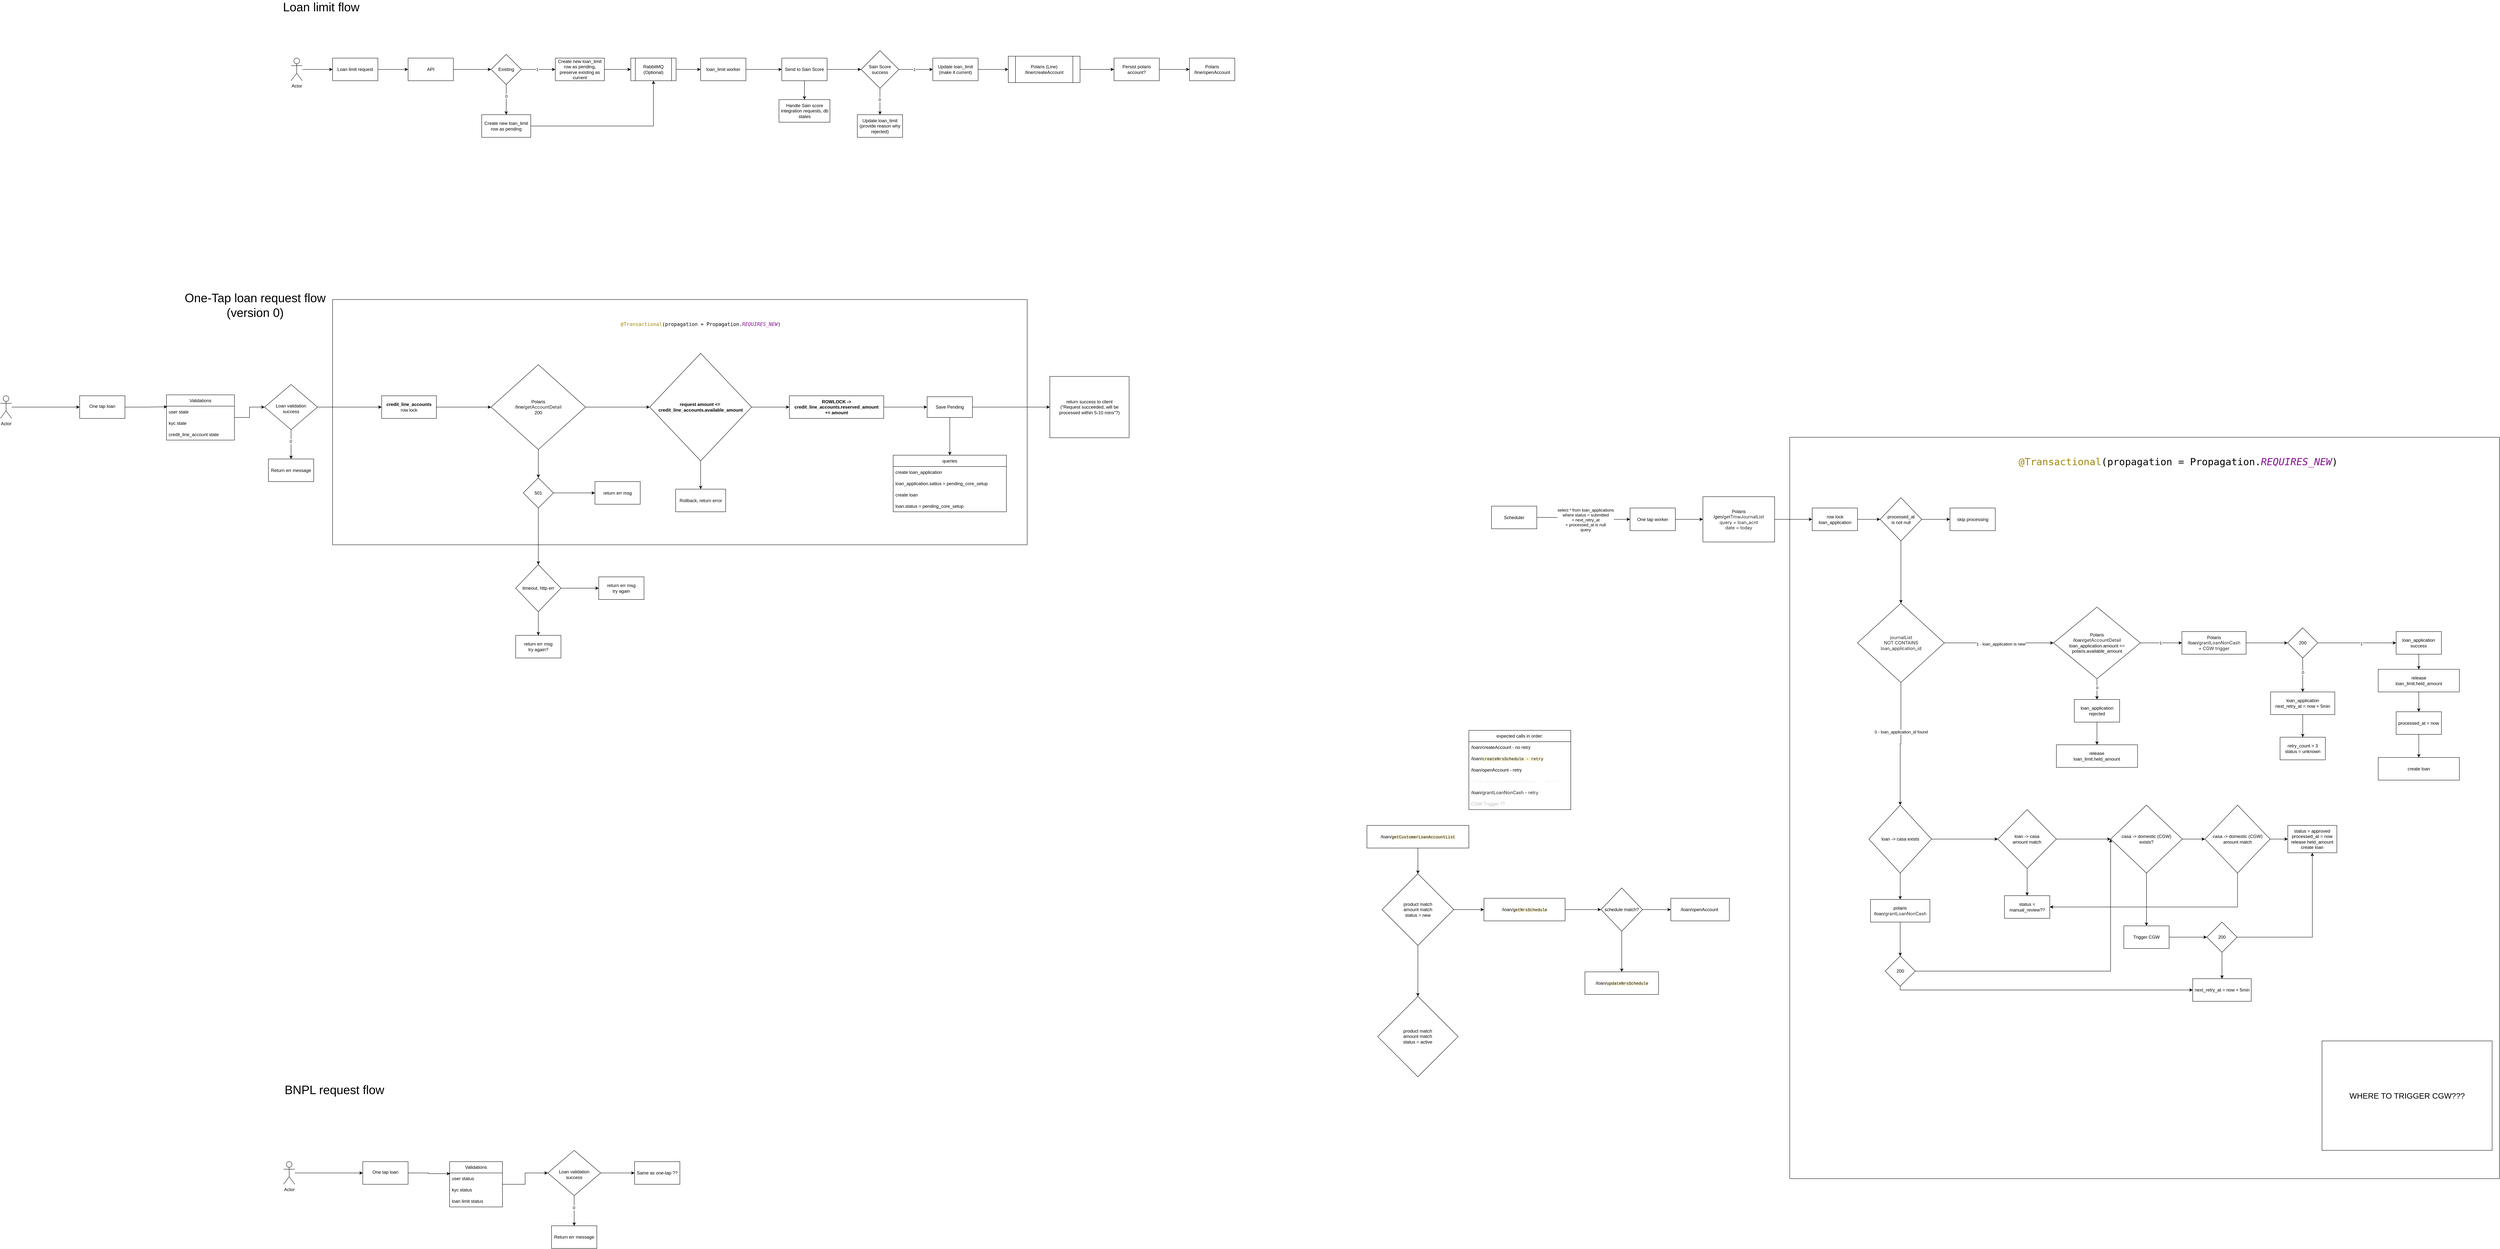
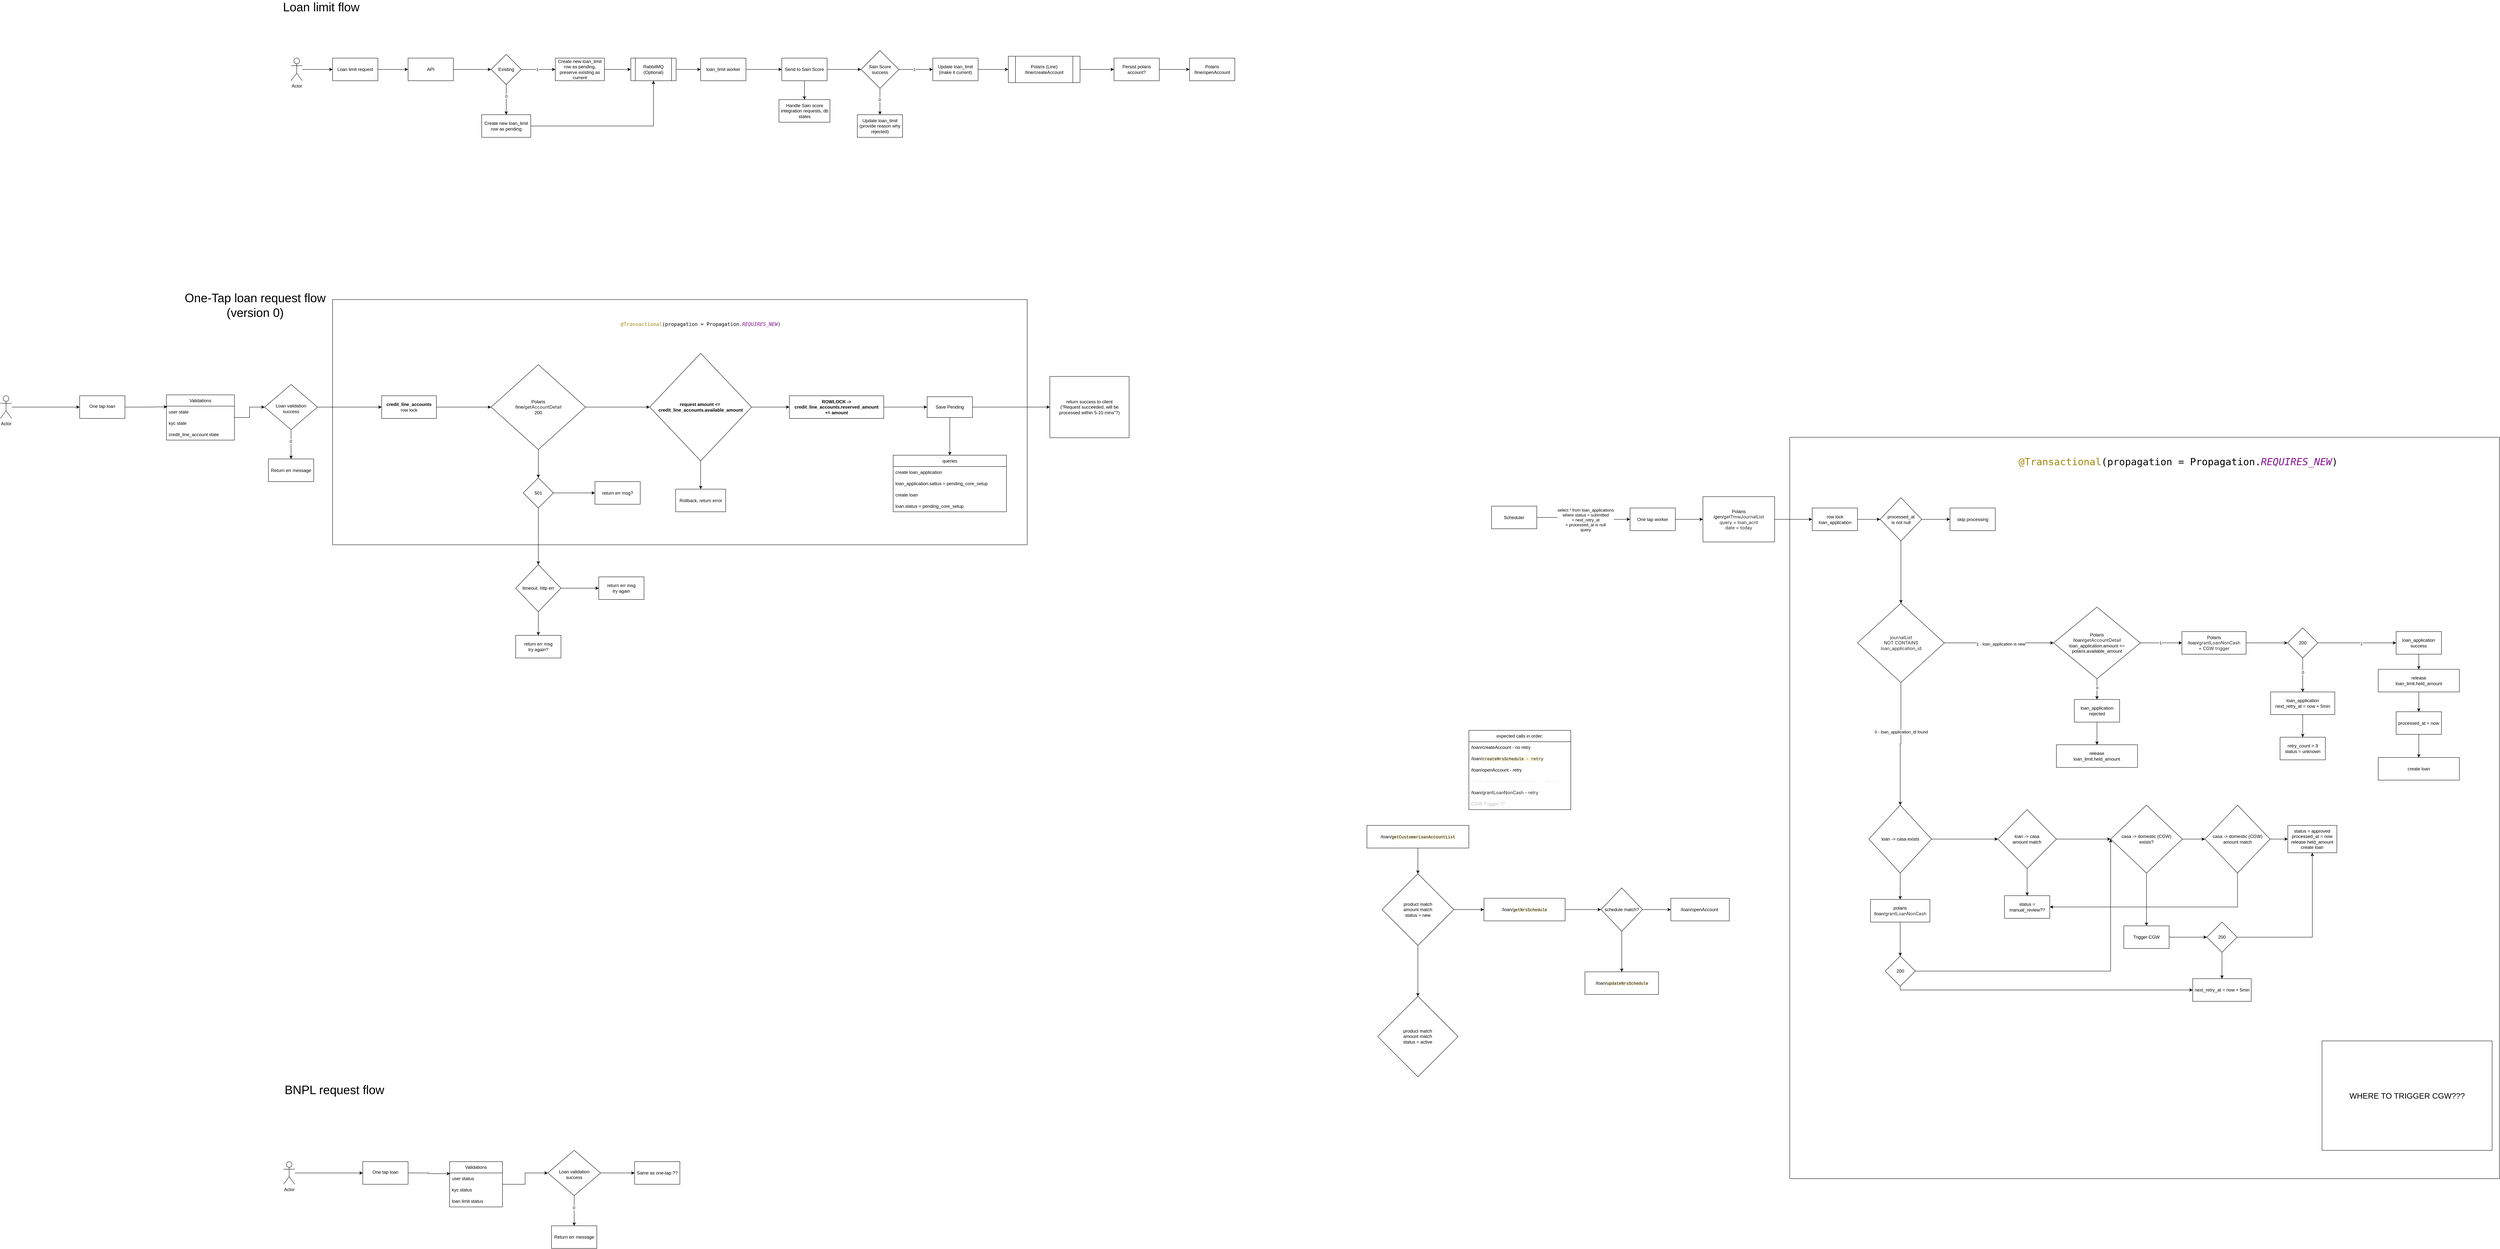
<mxfile host="app.diagrams.net">
  <diagram name="Page-1" id="VCBSuIh8bz7kurrQ0Zaz">
    <mxGraphModel dx="1966" dy="653" grid="1" gridSize="10" guides="1" tooltips="1" connect="1" arrows="1" fold="1" page="1" pageScale="1" pageWidth="850" pageHeight="1100" math="0" shadow="0">
      <root>
        <mxCell id="0" />
        <mxCell id="1" parent="0" />
        <mxCell id="In8fDh9ZLN2M87an2Miy-188" parent="1" style="rounded=0;whiteSpace=wrap;html=1;movable=0;resizable=0;rotatable=0;deletable=0;editable=0;locked=1;connectable=0;" value="" vertex="1">
          <mxGeometry height="1965" width="1880" x="4010" y="1215" as="geometry" />
        </mxCell>
        <mxCell id="In8fDh9ZLN2M87an2Miy-172" parent="1" style="rounded=0;whiteSpace=wrap;html=1;movable=0;resizable=0;rotatable=0;deletable=0;editable=0;locked=1;connectable=0;" value="" vertex="1">
          <mxGeometry height="650" width="1840" x="150" y="850" as="geometry" />
        </mxCell>
        <mxCell id="KqixbsF9o6dLofBvsG9t-5" edge="1" parent="1" source="KqixbsF9o6dLofBvsG9t-1" style="edgeStyle=orthogonalEdgeStyle;rounded=0;orthogonalLoop=1;jettySize=auto;html=1;" target="KqixbsF9o6dLofBvsG9t-4" value="">
          <mxGeometry relative="1" as="geometry" />
        </mxCell>
        <mxCell id="KqixbsF9o6dLofBvsG9t-1" parent="1" style="rounded=0;whiteSpace=wrap;html=1;" value="Loan limit request" vertex="1">
          <mxGeometry height="60" width="120" x="150" y="210" as="geometry" />
        </mxCell>
        <mxCell id="KqixbsF9o6dLofBvsG9t-3" edge="1" parent="1" source="KqixbsF9o6dLofBvsG9t-2" style="edgeStyle=orthogonalEdgeStyle;rounded=0;orthogonalLoop=1;jettySize=auto;html=1;" target="KqixbsF9o6dLofBvsG9t-1" value="">
          <mxGeometry relative="1" as="geometry" />
        </mxCell>
        <mxCell id="KqixbsF9o6dLofBvsG9t-2" parent="1" style="shape=umlActor;verticalLabelPosition=bottom;verticalAlign=top;html=1;outlineConnect=0;" value="Actor" vertex="1">
          <mxGeometry height="60" width="30" x="40" y="210" as="geometry" />
        </mxCell>
        <mxCell id="KqixbsF9o6dLofBvsG9t-9" edge="1" parent="1" source="KqixbsF9o6dLofBvsG9t-4" style="edgeStyle=orthogonalEdgeStyle;rounded=0;orthogonalLoop=1;jettySize=auto;html=1;" target="KqixbsF9o6dLofBvsG9t-8" value="">
          <mxGeometry relative="1" as="geometry" />
        </mxCell>
        <mxCell id="KqixbsF9o6dLofBvsG9t-4" parent="1" style="rounded=0;whiteSpace=wrap;html=1;" value="API" vertex="1">
          <mxGeometry height="60" width="120" x="350" y="210" as="geometry" />
        </mxCell>
        <mxCell id="KqixbsF9o6dLofBvsG9t-11" edge="1" parent="1" source="KqixbsF9o6dLofBvsG9t-8" style="edgeStyle=orthogonalEdgeStyle;rounded=0;orthogonalLoop=1;jettySize=auto;html=1;" target="KqixbsF9o6dLofBvsG9t-10" value="">
          <mxGeometry relative="1" as="geometry" />
        </mxCell>
        <mxCell id="KqixbsF9o6dLofBvsG9t-12" connectable="0" parent="KqixbsF9o6dLofBvsG9t-11" style="edgeLabel;html=1;align=center;verticalAlign=middle;resizable=0;points=[];" value="1" vertex="1">
          <mxGeometry relative="1" x="-0.079" as="geometry">
            <mxPoint as="offset" />
          </mxGeometry>
        </mxCell>
        <mxCell id="KqixbsF9o6dLofBvsG9t-14" edge="1" parent="1" source="KqixbsF9o6dLofBvsG9t-8" style="edgeStyle=orthogonalEdgeStyle;rounded=0;orthogonalLoop=1;jettySize=auto;html=1;" target="KqixbsF9o6dLofBvsG9t-13" value="">
          <mxGeometry relative="1" as="geometry" />
        </mxCell>
        <mxCell id="KqixbsF9o6dLofBvsG9t-15" connectable="0" parent="KqixbsF9o6dLofBvsG9t-14" style="edgeLabel;html=1;align=center;verticalAlign=middle;resizable=0;points=[];" value="0" vertex="1">
          <mxGeometry relative="1" x="-0.2407" as="geometry">
            <mxPoint as="offset" />
          </mxGeometry>
        </mxCell>
        <mxCell id="KqixbsF9o6dLofBvsG9t-8" parent="1" style="rhombus;whiteSpace=wrap;html=1;rounded=0;" value="Existing" vertex="1">
          <mxGeometry height="80" width="80" x="570" y="200" as="geometry" />
        </mxCell>
        <mxCell id="KqixbsF9o6dLofBvsG9t-23" edge="1" parent="1" source="KqixbsF9o6dLofBvsG9t-10" style="edgeStyle=orthogonalEdgeStyle;rounded=0;orthogonalLoop=1;jettySize=auto;html=1;" target="KqixbsF9o6dLofBvsG9t-22" value="">
          <mxGeometry relative="1" as="geometry" />
        </mxCell>
        <mxCell id="KqixbsF9o6dLofBvsG9t-10" parent="1" style="whiteSpace=wrap;html=1;rounded=0;" value="Create new loan_limit row as pending, preserve existing as current" vertex="1">
          <mxGeometry height="60" width="130" x="740" y="210" as="geometry" />
        </mxCell>
        <mxCell id="KqixbsF9o6dLofBvsG9t-26" edge="1" parent="1" source="KqixbsF9o6dLofBvsG9t-13" style="edgeStyle=orthogonalEdgeStyle;rounded=0;orthogonalLoop=1;jettySize=auto;html=1;entryX=0.5;entryY=1;entryDx=0;entryDy=0;" target="KqixbsF9o6dLofBvsG9t-22">
          <mxGeometry relative="1" as="geometry" />
        </mxCell>
        <mxCell id="KqixbsF9o6dLofBvsG9t-13" parent="1" style="whiteSpace=wrap;html=1;rounded=0;" value="Create new loan_limit row as pending" vertex="1">
          <mxGeometry height="60" width="130" x="545" y="360" as="geometry" />
        </mxCell>
        <mxCell id="KqixbsF9o6dLofBvsG9t-25" edge="1" parent="1" source="KqixbsF9o6dLofBvsG9t-22" style="edgeStyle=orthogonalEdgeStyle;rounded=0;orthogonalLoop=1;jettySize=auto;html=1;" target="KqixbsF9o6dLofBvsG9t-24" value="">
          <mxGeometry relative="1" as="geometry" />
        </mxCell>
        <mxCell id="KqixbsF9o6dLofBvsG9t-22" parent="1" style="shape=process;whiteSpace=wrap;html=1;backgroundOutline=1;rounded=0;" value="RabbitMQ (Optional)" vertex="1">
          <mxGeometry height="60" width="120" x="940" y="210" as="geometry" />
        </mxCell>
        <mxCell id="KqixbsF9o6dLofBvsG9t-28" edge="1" parent="1" source="KqixbsF9o6dLofBvsG9t-24" style="edgeStyle=orthogonalEdgeStyle;rounded=0;orthogonalLoop=1;jettySize=auto;html=1;" target="KqixbsF9o6dLofBvsG9t-27" value="">
          <mxGeometry relative="1" as="geometry" />
        </mxCell>
        <mxCell id="KqixbsF9o6dLofBvsG9t-24" parent="1" style="whiteSpace=wrap;html=1;rounded=0;" value="loan_limit worker" vertex="1">
          <mxGeometry height="60" width="120" x="1125" y="210" as="geometry" />
        </mxCell>
        <mxCell id="KqixbsF9o6dLofBvsG9t-30" edge="1" parent="1" source="KqixbsF9o6dLofBvsG9t-27" style="edgeStyle=orthogonalEdgeStyle;rounded=0;orthogonalLoop=1;jettySize=auto;html=1;" target="KqixbsF9o6dLofBvsG9t-29" value="">
          <mxGeometry relative="1" as="geometry" />
        </mxCell>
        <mxCell id="KqixbsF9o6dLofBvsG9t-38" edge="1" parent="1" source="KqixbsF9o6dLofBvsG9t-27" style="edgeStyle=orthogonalEdgeStyle;rounded=0;orthogonalLoop=1;jettySize=auto;html=1;" target="KqixbsF9o6dLofBvsG9t-37" value="">
          <mxGeometry relative="1" as="geometry" />
        </mxCell>
        <mxCell id="KqixbsF9o6dLofBvsG9t-27" parent="1" style="whiteSpace=wrap;html=1;rounded=0;" value="Send to Sain Score" vertex="1">
          <mxGeometry height="60" width="120" x="1340" y="210" as="geometry" />
        </mxCell>
        <mxCell id="KqixbsF9o6dLofBvsG9t-32" edge="1" parent="1" source="KqixbsF9o6dLofBvsG9t-29" style="edgeStyle=orthogonalEdgeStyle;rounded=0;orthogonalLoop=1;jettySize=auto;html=1;" target="KqixbsF9o6dLofBvsG9t-31" value="">
          <mxGeometry relative="1" as="geometry" />
        </mxCell>
        <mxCell id="KqixbsF9o6dLofBvsG9t-33" connectable="0" parent="KqixbsF9o6dLofBvsG9t-32" style="edgeLabel;html=1;align=center;verticalAlign=middle;resizable=0;points=[];" value="1" vertex="1">
          <mxGeometry relative="1" x="-0.1048" as="geometry">
            <mxPoint as="offset" />
          </mxGeometry>
        </mxCell>
        <mxCell id="KqixbsF9o6dLofBvsG9t-35" edge="1" parent="1" source="KqixbsF9o6dLofBvsG9t-29" style="edgeStyle=orthogonalEdgeStyle;rounded=0;orthogonalLoop=1;jettySize=auto;html=1;" target="KqixbsF9o6dLofBvsG9t-34" value="">
          <mxGeometry relative="1" as="geometry" />
        </mxCell>
        <mxCell id="KqixbsF9o6dLofBvsG9t-36" connectable="0" parent="KqixbsF9o6dLofBvsG9t-35" style="edgeLabel;html=1;align=center;verticalAlign=middle;resizable=0;points=[];" value="0" vertex="1">
          <mxGeometry relative="1" x="-0.1429" y="-1" as="geometry">
            <mxPoint as="offset" />
          </mxGeometry>
        </mxCell>
        <mxCell id="KqixbsF9o6dLofBvsG9t-29" parent="1" style="rhombus;whiteSpace=wrap;html=1;rounded=0;" value="Sain Score success" vertex="1">
          <mxGeometry height="100" width="100" x="1550" y="190" as="geometry" />
        </mxCell>
        <mxCell id="KqixbsF9o6dLofBvsG9t-66" edge="1" parent="1" source="KqixbsF9o6dLofBvsG9t-31" style="edgeStyle=orthogonalEdgeStyle;rounded=0;orthogonalLoop=1;jettySize=auto;html=1;" target="KqixbsF9o6dLofBvsG9t-65" value="">
          <mxGeometry relative="1" as="geometry" />
        </mxCell>
        <mxCell id="KqixbsF9o6dLofBvsG9t-31" parent="1" style="whiteSpace=wrap;html=1;rounded=0;" value="Update loan_limit (make it current)" vertex="1">
          <mxGeometry height="60" width="120" x="1740" y="210" as="geometry" />
        </mxCell>
        <mxCell id="KqixbsF9o6dLofBvsG9t-34" parent="1" style="whiteSpace=wrap;html=1;rounded=0;" value="Update loan_limit&lt;br&gt;(provide reason why rejected)" vertex="1">
          <mxGeometry height="60" width="120" x="1540" y="360" as="geometry" />
        </mxCell>
        <mxCell id="KqixbsF9o6dLofBvsG9t-37" parent="1" style="whiteSpace=wrap;html=1;rounded=0;" value="Handle Sain score integration requests, db states" vertex="1">
          <mxGeometry height="60" width="135" x="1332.5" y="320" as="geometry" />
        </mxCell>
        <mxCell id="KqixbsF9o6dLofBvsG9t-40" parent="1" style="text;html=1;whiteSpace=wrap;strokeColor=none;fillColor=none;align=center;verticalAlign=middle;rounded=0;fontSize=32;" value="Loan limit flow" vertex="1">
          <mxGeometry height="30" width="260" x="-10" y="60" as="geometry" />
        </mxCell>
        <mxCell id="KqixbsF9o6dLofBvsG9t-74" edge="1" parent="1" source="KqixbsF9o6dLofBvsG9t-65" style="edgeStyle=orthogonalEdgeStyle;rounded=0;orthogonalLoop=1;jettySize=auto;html=1;" target="KqixbsF9o6dLofBvsG9t-73" value="">
          <mxGeometry relative="1" as="geometry" />
        </mxCell>
        <mxCell id="KqixbsF9o6dLofBvsG9t-65" parent="1" style="shape=process;whiteSpace=wrap;html=1;backgroundOutline=1;rounded=0;" value="Polaris (Line)&lt;br&gt;/line/createAccount" vertex="1">
          <mxGeometry height="70" width="190" x="1940" y="205" as="geometry" />
        </mxCell>
        <mxCell id="P7TJZT1PVnBYbLh7lMs1-4" edge="1" parent="1" source="KqixbsF9o6dLofBvsG9t-73" style="edgeStyle=orthogonalEdgeStyle;rounded=0;orthogonalLoop=1;jettySize=auto;html=1;" target="P7TJZT1PVnBYbLh7lMs1-3" value="">
          <mxGeometry relative="1" as="geometry" />
        </mxCell>
        <mxCell id="KqixbsF9o6dLofBvsG9t-73" parent="1" style="whiteSpace=wrap;html=1;rounded=0;" value="Persist polaris account?" vertex="1">
          <mxGeometry height="60" width="120" x="2220" y="210" as="geometry" />
        </mxCell>
        <mxCell id="U8Ajh8Gpa-m2DNKNFQys-1" parent="1" style="text;html=1;whiteSpace=wrap;strokeColor=none;fillColor=none;align=center;verticalAlign=middle;rounded=0;fontSize=32;" value="One-Tap loan request flow (version 0)" vertex="1">
          <mxGeometry height="30" width="470" x="-290" y="850" as="geometry" />
        </mxCell>
        <mxCell id="In8fDh9ZLN2M87an2Miy-1" edge="1" parent="1" source="In8fDh9ZLN2M87an2Miy-2" style="edgeStyle=orthogonalEdgeStyle;rounded=0;orthogonalLoop=1;jettySize=auto;html=1;" target="In8fDh9ZLN2M87an2Miy-4" value="">
          <mxGeometry relative="1" as="geometry" />
        </mxCell>
        <mxCell id="In8fDh9ZLN2M87an2Miy-2" parent="1" style="shape=umlActor;verticalLabelPosition=bottom;verticalAlign=top;html=1;outlineConnect=0;" value="Actor" vertex="1">
          <mxGeometry height="60" width="30" x="-730" y="1105" as="geometry" />
        </mxCell>
        <mxCell id="In8fDh9ZLN2M87an2Miy-3" edge="1" parent="1" source="In8fDh9ZLN2M87an2Miy-4" style="edgeStyle=orthogonalEdgeStyle;rounded=0;orthogonalLoop=1;jettySize=auto;html=1;entryX=0.011;entryY=0.06;entryDx=0;entryDy=0;entryPerimeter=0;" target="In8fDh9ZLN2M87an2Miy-28" value="">
          <mxGeometry relative="1" as="geometry">
            <mxPoint x="-310" y="1132.5" as="targetPoint" />
          </mxGeometry>
        </mxCell>
        <mxCell id="In8fDh9ZLN2M87an2Miy-4" parent="1" style="whiteSpace=wrap;html=1;verticalAlign=top;" value="&lt;div&gt;&lt;br&gt;&lt;/div&gt;&lt;div&gt;One tap loan&lt;/div&gt;" vertex="1">
          <mxGeometry height="60" width="120" x="-520" y="1105" as="geometry" />
        </mxCell>
        <mxCell id="In8fDh9ZLN2M87an2Miy-7" edge="1" parent="1" source="In8fDh9ZLN2M87an2Miy-9" style="edgeStyle=orthogonalEdgeStyle;rounded=0;orthogonalLoop=1;jettySize=auto;html=1;" target="In8fDh9ZLN2M87an2Miy-13" value="">
          <mxGeometry relative="1" as="geometry" />
        </mxCell>
        <mxCell id="In8fDh9ZLN2M87an2Miy-8" connectable="0" parent="In8fDh9ZLN2M87an2Miy-7" style="edgeLabel;html=1;align=center;verticalAlign=middle;resizable=0;points=[];" value="0" vertex="1">
          <mxGeometry relative="1" x="-0.2091" y="-1" as="geometry">
            <mxPoint as="offset" />
          </mxGeometry>
        </mxCell>
        <mxCell id="P7TJZT1PVnBYbLh7lMs1-36" edge="1" parent="1" source="In8fDh9ZLN2M87an2Miy-9" style="edgeStyle=orthogonalEdgeStyle;rounded=0;orthogonalLoop=1;jettySize=auto;html=1;entryX=0;entryY=0.5;entryDx=0;entryDy=0;" target="In8fDh9ZLN2M87an2Miy-161">
          <mxGeometry relative="1" as="geometry" />
        </mxCell>
        <mxCell id="In8fDh9ZLN2M87an2Miy-9" parent="1" style="rhombus;whiteSpace=wrap;html=1;verticalAlign=top;" value="&lt;br&gt;&lt;br&gt;&lt;div&gt;&lt;br&gt;&lt;/div&gt;&lt;div&gt;Loan validation&lt;br&gt;success&lt;/div&gt;" vertex="1">
          <mxGeometry height="120" width="140" x="-30" y="1075" as="geometry" />
        </mxCell>
        <mxCell id="In8fDh9ZLN2M87an2Miy-10" edge="1" parent="1" source="In8fDh9ZLN2M87an2Miy-12" style="edgeStyle=orthogonalEdgeStyle;rounded=0;orthogonalLoop=1;jettySize=auto;html=1;entryX=0.5;entryY=0;entryDx=0;entryDy=0;" target="In8fDh9ZLN2M87an2Miy-14">
          <mxGeometry relative="1" as="geometry" />
        </mxCell>
        <mxCell id="In8fDh9ZLN2M87an2Miy-54" edge="1" parent="1" source="In8fDh9ZLN2M87an2Miy-105" style="edgeStyle=orthogonalEdgeStyle;rounded=0;orthogonalLoop=1;jettySize=auto;html=1;exitX=1;exitY=0.5;exitDx=0;exitDy=0;" target="In8fDh9ZLN2M87an2Miy-53" value="">
          <mxGeometry relative="1" as="geometry">
            <mxPoint x="3329.5" y="1432.5" as="sourcePoint" />
          </mxGeometry>
        </mxCell>
        <mxCell id="In8fDh9ZLN2M87an2Miy-55" connectable="0" parent="In8fDh9ZLN2M87an2Miy-54" style="edgeLabel;html=1;align=center;verticalAlign=middle;resizable=0;points=[];" value="select * from loan_applications&lt;br&gt;where status = submitted&lt;br&gt;+ next_retry_at&lt;br&gt;+ processed_at is null&lt;br&gt;query" vertex="1">
          <mxGeometry relative="1" x="0.0637" y="-1" as="geometry">
            <mxPoint as="offset" />
          </mxGeometry>
        </mxCell>
        <mxCell id="In8fDh9ZLN2M87an2Miy-246" edge="1" parent="1" source="In8fDh9ZLN2M87an2Miy-12" style="edgeStyle=orthogonalEdgeStyle;rounded=0;orthogonalLoop=1;jettySize=auto;html=1;entryX=0;entryY=0.5;entryDx=0;entryDy=0;" target="In8fDh9ZLN2M87an2Miy-185">
          <mxGeometry relative="1" as="geometry">
            <mxPoint x="2120" y="1137" as="targetPoint" />
          </mxGeometry>
        </mxCell>
        <mxCell id="In8fDh9ZLN2M87an2Miy-12" parent="1" style="whiteSpace=wrap;html=1;verticalAlign=middle;" value="Save Pending" vertex="1">
          <mxGeometry height="55" width="120" x="1725" y="1107.5" as="geometry" />
        </mxCell>
        <mxCell id="In8fDh9ZLN2M87an2Miy-13" parent="1" style="whiteSpace=wrap;html=1;verticalAlign=middle;" value="Return err message" vertex="1">
          <mxGeometry height="60" width="120" x="-20" y="1272.5" as="geometry" />
        </mxCell>
        <mxCell id="In8fDh9ZLN2M87an2Miy-14" parent="1" style="swimlane;fontStyle=0;childLayout=stackLayout;horizontal=1;startSize=30;horizontalStack=0;resizeParent=1;resizeParentMax=0;resizeLast=0;collapsible=1;marginBottom=0;whiteSpace=wrap;html=1;" value="queries" vertex="1">
          <mxGeometry height="150" width="300" x="1635" y="1262.5" as="geometry" />
        </mxCell>
        <mxCell id="In8fDh9ZLN2M87an2Miy-15" parent="In8fDh9ZLN2M87an2Miy-14" style="text;strokeColor=none;fillColor=none;align=left;verticalAlign=middle;spacingLeft=4;spacingRight=4;overflow=hidden;points=[[0,0.5],[1,0.5]];portConstraint=eastwest;rotatable=0;whiteSpace=wrap;html=1;" value="create loan_application" vertex="1">
          <mxGeometry height="30" width="300" y="30" as="geometry" />
        </mxCell>
        <mxCell id="In8fDh9ZLN2M87an2Miy-104" parent="In8fDh9ZLN2M87an2Miy-14" style="text;strokeColor=none;fillColor=none;align=left;verticalAlign=middle;spacingLeft=4;spacingRight=4;overflow=hidden;points=[[0,0.5],[1,0.5]];portConstraint=eastwest;rotatable=0;whiteSpace=wrap;html=1;" value="loan_application.sattus = pending_core_setup" vertex="1">
          <mxGeometry height="30" width="300" y="60" as="geometry" />
        </mxCell>
        <mxCell id="In8fDh9ZLN2M87an2Miy-17" parent="In8fDh9ZLN2M87an2Miy-14" style="text;strokeColor=none;fillColor=none;align=left;verticalAlign=middle;spacingLeft=4;spacingRight=4;overflow=hidden;points=[[0,0.5],[1,0.5]];portConstraint=eastwest;rotatable=0;whiteSpace=wrap;html=1;" value="create loan" vertex="1">
          <mxGeometry height="30" width="300" y="90" as="geometry" />
        </mxCell>
        <mxCell id="P7TJZT1PVnBYbLh7lMs1-40" parent="In8fDh9ZLN2M87an2Miy-14" style="text;strokeColor=none;fillColor=none;align=left;verticalAlign=middle;spacingLeft=4;spacingRight=4;overflow=hidden;points=[[0,0.5],[1,0.5]];portConstraint=eastwest;rotatable=0;whiteSpace=wrap;html=1;" value="loan.status = pending_core_setup" vertex="1">
          <mxGeometry height="30" width="300" y="120" as="geometry" />
        </mxCell>
        <mxCell id="In8fDh9ZLN2M87an2Miy-32" edge="1" parent="1" source="In8fDh9ZLN2M87an2Miy-27" style="edgeStyle=orthogonalEdgeStyle;rounded=0;orthogonalLoop=1;jettySize=auto;html=1;entryX=0;entryY=0.5;entryDx=0;entryDy=0;" target="In8fDh9ZLN2M87an2Miy-9">
          <mxGeometry relative="1" as="geometry" />
        </mxCell>
        <mxCell id="In8fDh9ZLN2M87an2Miy-27" parent="1" style="swimlane;fontStyle=0;childLayout=stackLayout;horizontal=1;startSize=30;horizontalStack=0;resizeParent=1;resizeParentMax=0;resizeLast=0;collapsible=1;marginBottom=0;whiteSpace=wrap;html=1;" value="Validations" vertex="1">
          <mxGeometry height="120" width="180" x="-290" y="1102.5" as="geometry" />
        </mxCell>
        <mxCell id="In8fDh9ZLN2M87an2Miy-28" parent="In8fDh9ZLN2M87an2Miy-27" style="text;strokeColor=none;fillColor=none;align=left;verticalAlign=middle;spacingLeft=4;spacingRight=4;overflow=hidden;points=[[0,0.5],[1,0.5]];portConstraint=eastwest;rotatable=0;whiteSpace=wrap;html=1;" value="user state" vertex="1">
          <mxGeometry height="30" width="180" y="30" as="geometry" />
        </mxCell>
        <mxCell id="In8fDh9ZLN2M87an2Miy-29" parent="In8fDh9ZLN2M87an2Miy-27" style="text;strokeColor=none;fillColor=none;align=left;verticalAlign=middle;spacingLeft=4;spacingRight=4;overflow=hidden;points=[[0,0.5],[1,0.5]];portConstraint=eastwest;rotatable=0;whiteSpace=wrap;html=1;" value="kyc state" vertex="1">
          <mxGeometry height="30" width="180" y="60" as="geometry" />
        </mxCell>
        <mxCell id="In8fDh9ZLN2M87an2Miy-33" parent="In8fDh9ZLN2M87an2Miy-27" style="text;strokeColor=none;fillColor=none;align=left;verticalAlign=middle;spacingLeft=4;spacingRight=4;overflow=hidden;points=[[0,0.5],[1,0.5]];portConstraint=eastwest;rotatable=0;whiteSpace=wrap;html=1;" value="credit_line_account state" vertex="1">
          <mxGeometry height="30" width="180" y="90" as="geometry" />
        </mxCell>
        <mxCell id="In8fDh9ZLN2M87an2Miy-116" edge="1" parent="1" source="In8fDh9ZLN2M87an2Miy-53" style="edgeStyle=orthogonalEdgeStyle;rounded=0;orthogonalLoop=1;jettySize=auto;html=1;entryX=0;entryY=0.5;entryDx=0;entryDy=0;" target="In8fDh9ZLN2M87an2Miy-68">
          <mxGeometry relative="1" as="geometry" />
        </mxCell>
        <mxCell id="In8fDh9ZLN2M87an2Miy-53" parent="1" style="whiteSpace=wrap;html=1;" value="One tap worker" vertex="1">
          <mxGeometry height="60" width="120" x="3587" y="1402.5" as="geometry" />
        </mxCell>
        <mxCell id="In8fDh9ZLN2M87an2Miy-67" edge="1" parent="1" source="In8fDh9ZLN2M87an2Miy-58" style="edgeStyle=orthogonalEdgeStyle;rounded=0;orthogonalLoop=1;jettySize=auto;html=1;entryX=0;entryY=0.5;entryDx=0;entryDy=0;" target="In8fDh9ZLN2M87an2Miy-66" value="">
          <mxGeometry relative="1" as="geometry">
            <mxPoint x="5343.87" y="1760" as="targetPoint" />
          </mxGeometry>
        </mxCell>
        <mxCell id="In8fDh9ZLN2M87an2Miy-58" parent="1" style="whiteSpace=wrap;html=1;" value="Polaris /loan/&lt;span style=&quot;color: rgb(33, 33, 33); font-family: Inter, system-ui, -apple-system, &amp;quot;system-ui&amp;quot;, &amp;quot;Segoe UI&amp;quot;, Roboto, Oxygen, Ubuntu, Cantarell, &amp;quot;Fira Sans&amp;quot;, &amp;quot;Droid Sans&amp;quot;, Helvetica, Arial, sans-serif; text-align: left; white-space: pre-wrap; background-color: rgb(255, 255, 255);&quot;&gt;grantLoanNonCash&lt;br/&gt;+ CGW trigger&lt;/span&gt;" vertex="1">
          <mxGeometry height="60" width="170" x="5048.87" y="1730" as="geometry" />
        </mxCell>
        <mxCell id="In8fDh9ZLN2M87an2Miy-62" edge="1" parent="1" source="In8fDh9ZLN2M87an2Miy-59" style="edgeStyle=orthogonalEdgeStyle;rounded=0;orthogonalLoop=1;jettySize=auto;html=1;" target="In8fDh9ZLN2M87an2Miy-61" value="">
          <mxGeometry relative="1" as="geometry" />
        </mxCell>
        <mxCell id="In8fDh9ZLN2M87an2Miy-91" connectable="0" parent="In8fDh9ZLN2M87an2Miy-62" style="edgeLabel;html=1;align=center;verticalAlign=middle;resizable=0;points=[];" value="0" vertex="1">
          <mxGeometry relative="1" x="-0.1431" as="geometry">
            <mxPoint as="offset" />
          </mxGeometry>
        </mxCell>
        <mxCell id="In8fDh9ZLN2M87an2Miy-65" edge="1" parent="1" source="In8fDh9ZLN2M87an2Miy-59" style="edgeStyle=orthogonalEdgeStyle;rounded=0;orthogonalLoop=1;jettySize=auto;html=1;" target="In8fDh9ZLN2M87an2Miy-58">
          <mxGeometry relative="1" as="geometry" />
        </mxCell>
        <mxCell id="In8fDh9ZLN2M87an2Miy-90" connectable="0" parent="In8fDh9ZLN2M87an2Miy-65" style="edgeLabel;html=1;align=center;verticalAlign=middle;resizable=0;points=[];" value="1" vertex="1">
          <mxGeometry relative="1" x="-0.0451" as="geometry">
            <mxPoint as="offset" />
          </mxGeometry>
        </mxCell>
        <mxCell id="In8fDh9ZLN2M87an2Miy-59" parent="1" style="rhombus;whiteSpace=wrap;html=1;" value="Polaris&lt;br&gt;/loan/&lt;span style=&quot;color: rgb(33, 33, 33); font-family: Inter, system-ui, -apple-system, &amp;quot;system-ui&amp;quot;, &amp;quot;Segoe UI&amp;quot;, Roboto, Oxygen, Ubuntu, Cantarell, &amp;quot;Fira Sans&amp;quot;, &amp;quot;Droid Sans&amp;quot;, Helvetica, Arial, sans-serif; text-align: left; white-space: pre-wrap; background-color: rgb(255, 255, 255);&quot;&gt;getAccountDetail&lt;/span&gt;&lt;br&gt;loan_application.amount &amp;lt;= polaris.available_amount" vertex="1">
          <mxGeometry height="190" width="230" x="4708.87" y="1665" as="geometry" />
        </mxCell>
        <mxCell id="In8fDh9ZLN2M87an2Miy-64" edge="1" parent="1" source="In8fDh9ZLN2M87an2Miy-61" style="edgeStyle=orthogonalEdgeStyle;rounded=0;orthogonalLoop=1;jettySize=auto;html=1;" target="In8fDh9ZLN2M87an2Miy-63" value="">
          <mxGeometry relative="1" as="geometry" />
        </mxCell>
        <mxCell id="In8fDh9ZLN2M87an2Miy-61" parent="1" style="whiteSpace=wrap;html=1;" value="loan_application&lt;br&gt;rejected" vertex="1">
          <mxGeometry height="60" width="120" x="4763.87" y="1910" as="geometry" />
        </mxCell>
        <mxCell id="In8fDh9ZLN2M87an2Miy-63" parent="1" style="whiteSpace=wrap;html=1;" value="release &lt;br&gt;loan_limit.held_amount" vertex="1">
          <mxGeometry height="60" width="215" x="4716.37" y="2030" as="geometry" />
        </mxCell>
        <mxCell id="In8fDh9ZLN2M87an2Miy-81" edge="1" parent="1" source="In8fDh9ZLN2M87an2Miy-66" style="edgeStyle=orthogonalEdgeStyle;rounded=0;orthogonalLoop=1;jettySize=auto;html=1;entryX=0;entryY=0.5;entryDx=0;entryDy=0;" target="In8fDh9ZLN2M87an2Miy-79">
          <mxGeometry relative="1" as="geometry" />
        </mxCell>
        <mxCell id="In8fDh9ZLN2M87an2Miy-92" connectable="0" parent="In8fDh9ZLN2M87an2Miy-81" style="edgeLabel;html=1;align=center;verticalAlign=middle;resizable=0;points=[];" value="1" vertex="1">
          <mxGeometry relative="1" x="0.1055" y="-2" as="geometry">
            <mxPoint as="offset" />
          </mxGeometry>
        </mxCell>
        <mxCell id="In8fDh9ZLN2M87an2Miy-83" edge="1" parent="1" source="In8fDh9ZLN2M87an2Miy-66" style="edgeStyle=orthogonalEdgeStyle;rounded=0;orthogonalLoop=1;jettySize=auto;html=1;" target="In8fDh9ZLN2M87an2Miy-82" value="">
          <mxGeometry relative="1" as="geometry" />
        </mxCell>
        <mxCell id="In8fDh9ZLN2M87an2Miy-93" connectable="0" parent="In8fDh9ZLN2M87an2Miy-83" style="edgeLabel;html=1;align=center;verticalAlign=middle;resizable=0;points=[];" value="0" vertex="1">
          <mxGeometry relative="1" x="-0.1623" as="geometry">
            <mxPoint as="offset" />
          </mxGeometry>
        </mxCell>
        <mxCell id="In8fDh9ZLN2M87an2Miy-66" parent="1" style="rhombus;whiteSpace=wrap;html=1;" value="200" vertex="1">
          <mxGeometry height="80" width="80" x="5328.87" y="1720" as="geometry" />
        </mxCell>
        <mxCell id="In8fDh9ZLN2M87an2Miy-119" edge="1" parent="1" source="In8fDh9ZLN2M87an2Miy-68" style="edgeStyle=orthogonalEdgeStyle;rounded=0;orthogonalLoop=1;jettySize=auto;html=1;" target="In8fDh9ZLN2M87an2Miy-118" value="">
          <mxGeometry relative="1" as="geometry" />
        </mxCell>
        <mxCell id="In8fDh9ZLN2M87an2Miy-68" parent="1" style="whiteSpace=wrap;html=1;" value="Polaris&lt;br&gt;/gen/&lt;span style=&quot;white-space: pre-wrap; color: rgb(33, 33, 33); font-family: Inter, system-ui, -apple-system, &amp;quot;system-ui&amp;quot;, &amp;quot;Segoe UI&amp;quot;, Roboto, Oxygen, Ubuntu, Cantarell, &amp;quot;Fira Sans&amp;quot;, &amp;quot;Droid Sans&amp;quot;, Helvetica, Arial, sans-serif; text-align: left; background-color: rgb(255, 255, 255);&quot;&gt;getTmwJournalList&lt;br&gt;query = loan_acnt&lt;br/&gt;date = today&lt;/span&gt;" vertex="1">
          <mxGeometry height="120" width="190" x="3780" y="1372.5" as="geometry" />
        </mxCell>
        <mxCell id="In8fDh9ZLN2M87an2Miy-71" edge="1" parent="1" source="In8fDh9ZLN2M87an2Miy-69" style="edgeStyle=orthogonalEdgeStyle;rounded=0;orthogonalLoop=1;jettySize=auto;html=1;entryX=0;entryY=0.5;entryDx=0;entryDy=0;" target="In8fDh9ZLN2M87an2Miy-59">
          <mxGeometry relative="1" as="geometry" />
        </mxCell>
        <mxCell id="In8fDh9ZLN2M87an2Miy-77" connectable="0" parent="In8fDh9ZLN2M87an2Miy-71" style="edgeLabel;html=1;align=center;verticalAlign=middle;resizable=0;points=[];" value="1 - loan_application is new" vertex="1">
          <mxGeometry relative="1" x="0.0312" y="-3" as="geometry">
            <mxPoint as="offset" />
          </mxGeometry>
        </mxCell>
        <mxCell id="In8fDh9ZLN2M87an2Miy-73" edge="1" parent="1" source="In8fDh9ZLN2M87an2Miy-69" style="edgeStyle=orthogonalEdgeStyle;rounded=0;orthogonalLoop=1;jettySize=auto;html=1;entryX=0.5;entryY=0;entryDx=0;entryDy=0;" target="In8fDh9ZLN2M87an2Miy-111" value="">
          <mxGeometry relative="1" as="geometry">
            <mxPoint x="4303.87" y="1960" as="targetPoint" />
          </mxGeometry>
        </mxCell>
        <mxCell id="In8fDh9ZLN2M87an2Miy-74" connectable="0" parent="In8fDh9ZLN2M87an2Miy-73" style="edgeLabel;html=1;align=center;verticalAlign=middle;resizable=0;points=[];" value="0 - loan_application_id found" vertex="1">
          <mxGeometry relative="1" x="-0.1975" as="geometry">
            <mxPoint as="offset" />
          </mxGeometry>
        </mxCell>
        <mxCell id="In8fDh9ZLN2M87an2Miy-69" parent="1" style="rhombus;whiteSpace=wrap;html=1;verticalAlign=middle;" value="&lt;div style=&quot;text-align: center;&quot;&gt;&lt;span style=&quot;background-color: light-dark(rgb(255, 255, 255), rgb(18, 18, 18)); color: light-dark(rgb(33, 33, 33), rgb(209, 209, 209)); font-family: Inter, system-ui, -apple-system, &amp;quot;system-ui&amp;quot;, &amp;quot;Segoe UI&amp;quot;, Roboto, Oxygen, Ubuntu, Cantarell, &amp;quot;Fira Sans&amp;quot;, &amp;quot;Droid Sans&amp;quot;, Helvetica, Arial, sans-serif; text-align: left; white-space: pre-wrap;&quot;&gt;journalList&lt;br&gt;NOT CONTAINS&lt;/span&gt;&lt;/div&gt;&lt;span style=&quot;white-space: pre-wrap; color: rgb(33, 33, 33); font-family: Inter, system-ui, -apple-system, &amp;quot;system-ui&amp;quot;, &amp;quot;Segoe UI&amp;quot;, Roboto, Oxygen, Ubuntu, Cantarell, &amp;quot;Fira Sans&amp;quot;, &amp;quot;Droid Sans&amp;quot;, Helvetica, Arial, sans-serif; text-align: left; background-color: rgb(255, 255, 255);&quot;&gt;loan_application_id&lt;/span&gt;" vertex="1">
          <mxGeometry height="210" width="230" x="4189.5" y="1655" as="geometry" />
        </mxCell>
        <mxCell id="In8fDh9ZLN2M87an2Miy-78" edge="1" parent="1" source="In8fDh9ZLN2M87an2Miy-79" style="edgeStyle=orthogonalEdgeStyle;rounded=0;orthogonalLoop=1;jettySize=auto;html=1;" target="In8fDh9ZLN2M87an2Miy-80" value="">
          <mxGeometry relative="1" as="geometry" />
        </mxCell>
        <mxCell id="In8fDh9ZLN2M87an2Miy-79" parent="1" style="whiteSpace=wrap;html=1;" value="loan_application&lt;br&gt;success" vertex="1">
          <mxGeometry height="60" width="120" x="5616.37" y="1730" as="geometry" />
        </mxCell>
        <mxCell id="In8fDh9ZLN2M87an2Miy-132" edge="1" parent="1" source="In8fDh9ZLN2M87an2Miy-80" style="edgeStyle=orthogonalEdgeStyle;rounded=0;orthogonalLoop=1;jettySize=auto;html=1;" target="In8fDh9ZLN2M87an2Miy-131" value="">
          <mxGeometry relative="1" as="geometry" />
        </mxCell>
        <mxCell id="In8fDh9ZLN2M87an2Miy-80" parent="1" style="whiteSpace=wrap;html=1;" value="release &lt;br&gt;loan_limit.held_amount" vertex="1">
          <mxGeometry height="60" width="215" x="5568.87" y="1830" as="geometry" />
        </mxCell>
        <mxCell id="In8fDh9ZLN2M87an2Miy-95" edge="1" parent="1" source="In8fDh9ZLN2M87an2Miy-82" style="edgeStyle=orthogonalEdgeStyle;rounded=0;orthogonalLoop=1;jettySize=auto;html=1;" target="In8fDh9ZLN2M87an2Miy-94" value="">
          <mxGeometry relative="1" as="geometry" />
        </mxCell>
        <mxCell id="In8fDh9ZLN2M87an2Miy-82" parent="1" style="whiteSpace=wrap;html=1;" value="loan_application&lt;br&gt;next_retry_at = now + 5min" vertex="1">
          <mxGeometry height="60" width="170" x="5283.87" y="1890" as="geometry" />
        </mxCell>
        <mxCell id="In8fDh9ZLN2M87an2Miy-88" parent="1" style="whiteSpace=wrap;html=1;" value="create loan" vertex="1">
          <mxGeometry height="60" width="215" x="5568.87" y="2063.75" as="geometry" />
        </mxCell>
        <mxCell id="In8fDh9ZLN2M87an2Miy-94" parent="1" style="whiteSpace=wrap;html=1;" value="retry_count &amp;gt; 3&lt;br&gt;status = unknown" vertex="1">
          <mxGeometry height="60" width="120" x="5308.87" y="2010" as="geometry" />
        </mxCell>
        <mxCell id="In8fDh9ZLN2M87an2Miy-105" parent="1" style="rounded=0;whiteSpace=wrap;html=1;" value="Scheduler" vertex="1">
          <mxGeometry height="60" width="120" x="3220" y="1397.5" as="geometry" />
        </mxCell>
        <mxCell id="In8fDh9ZLN2M87an2Miy-127" edge="1" parent="1" source="In8fDh9ZLN2M87an2Miy-111" style="edgeStyle=orthogonalEdgeStyle;rounded=0;orthogonalLoop=1;jettySize=auto;html=1;" target="In8fDh9ZLN2M87an2Miy-126" value="">
          <mxGeometry relative="1" as="geometry" />
        </mxCell>
        <mxCell id="In8fDh9ZLN2M87an2Miy-135" edge="1" parent="1" source="In8fDh9ZLN2M87an2Miy-111" style="edgeStyle=orthogonalEdgeStyle;rounded=0;orthogonalLoop=1;jettySize=auto;html=1;entryX=0;entryY=0.5;entryDx=0;entryDy=0;" target="In8fDh9ZLN2M87an2Miy-222">
          <mxGeometry relative="1" as="geometry">
            <mxPoint x="4520" y="2280" as="targetPoint" />
          </mxGeometry>
        </mxCell>
        <mxCell id="In8fDh9ZLN2M87an2Miy-111" parent="1" style="rhombus;whiteSpace=wrap;html=1;" value="loan -&amp;gt; casa exists" vertex="1">
          <mxGeometry height="180" width="166.25" x="4219.5" y="2190" as="geometry" />
        </mxCell>
        <mxCell id="In8fDh9ZLN2M87an2Miy-113" parent="1" style="whiteSpace=wrap;html=1;" value="status = approved&lt;br&gt;processed_at = now&lt;br&gt;release held_amount&lt;br&gt;create loan" vertex="1">
          <mxGeometry height="72.5" width="130" x="5329.37" y="2243.75" as="geometry" />
        </mxCell>
        <mxCell id="In8fDh9ZLN2M87an2Miy-122" edge="1" parent="1" source="In8fDh9ZLN2M87an2Miy-118" style="edgeStyle=orthogonalEdgeStyle;rounded=0;orthogonalLoop=1;jettySize=auto;html=1;" target="In8fDh9ZLN2M87an2Miy-121" value="">
          <mxGeometry relative="1" as="geometry" />
        </mxCell>
        <mxCell id="In8fDh9ZLN2M87an2Miy-118" parent="1" style="whiteSpace=wrap;html=1;" value="row lock&lt;br&gt;loan_application" vertex="1">
          <mxGeometry height="60" width="120" x="4069.5" y="1402.5" as="geometry" />
        </mxCell>
        <mxCell id="In8fDh9ZLN2M87an2Miy-124" edge="1" parent="1" source="In8fDh9ZLN2M87an2Miy-121" style="edgeStyle=orthogonalEdgeStyle;rounded=0;orthogonalLoop=1;jettySize=auto;html=1;" target="In8fDh9ZLN2M87an2Miy-123" value="">
          <mxGeometry relative="1" as="geometry" />
        </mxCell>
        <mxCell id="In8fDh9ZLN2M87an2Miy-125" edge="1" parent="1" source="In8fDh9ZLN2M87an2Miy-121" style="edgeStyle=orthogonalEdgeStyle;rounded=0;orthogonalLoop=1;jettySize=auto;html=1;entryX=0.5;entryY=0;entryDx=0;entryDy=0;" target="In8fDh9ZLN2M87an2Miy-69">
          <mxGeometry relative="1" as="geometry" />
        </mxCell>
        <mxCell id="In8fDh9ZLN2M87an2Miy-121" parent="1" style="rhombus;whiteSpace=wrap;html=1;" value="processed_at &lt;br&gt;is not null" vertex="1">
          <mxGeometry height="115" width="110" x="4249.5" y="1375" as="geometry" />
        </mxCell>
        <mxCell id="In8fDh9ZLN2M87an2Miy-123" parent="1" style="whiteSpace=wrap;html=1;" value="skip processing" vertex="1">
          <mxGeometry height="60" width="120" x="4434.5" y="1402.5" as="geometry" />
        </mxCell>
        <mxCell id="In8fDh9ZLN2M87an2Miy-216" edge="1" parent="1" source="In8fDh9ZLN2M87an2Miy-126" style="edgeStyle=orthogonalEdgeStyle;rounded=0;orthogonalLoop=1;jettySize=auto;html=1;entryX=0.5;entryY=0;entryDx=0;entryDy=0;" target="In8fDh9ZLN2M87an2Miy-214">
          <mxGeometry relative="1" as="geometry" />
        </mxCell>
        <mxCell id="In8fDh9ZLN2M87an2Miy-126" parent="1" style="whiteSpace=wrap;html=1;" value="polaris&lt;br&gt;/loan/&lt;span style=&quot;white-space: pre-wrap; color: rgb(33, 33, 33); font-family: Inter, system-ui, -apple-system, &amp;quot;system-ui&amp;quot;, &amp;quot;Segoe UI&amp;quot;, Roboto, Oxygen, Ubuntu, Cantarell, &amp;quot;Fira Sans&amp;quot;, &amp;quot;Droid Sans&amp;quot;, Helvetica, Arial, sans-serif; text-align: left; background-color: rgb(255, 255, 255);&quot;&gt;grantLoanNonCash&lt;/span&gt;" vertex="1">
          <mxGeometry height="60" width="157.38" x="4223.93" y="2440" as="geometry" />
        </mxCell>
        <mxCell id="In8fDh9ZLN2M87an2Miy-130" parent="1" style="rounded=0;whiteSpace=wrap;html=1;fontSize=21;" value="WHERE TO TRIGGER CGW???" vertex="1">
          <mxGeometry height="290" width="450.63" x="5420" y="2815" as="geometry" />
        </mxCell>
        <mxCell id="In8fDh9ZLN2M87an2Miy-133" edge="1" parent="1" source="In8fDh9ZLN2M87an2Miy-131" style="edgeStyle=orthogonalEdgeStyle;rounded=0;orthogonalLoop=1;jettySize=auto;html=1;" target="In8fDh9ZLN2M87an2Miy-88" value="">
          <mxGeometry relative="1" as="geometry" />
        </mxCell>
        <mxCell id="In8fDh9ZLN2M87an2Miy-131" parent="1" style="whiteSpace=wrap;html=1;" value="processed_at = now" vertex="1">
          <mxGeometry height="60" width="120" x="5616.37" y="1942.5" as="geometry" />
        </mxCell>
        <mxCell id="In8fDh9ZLN2M87an2Miy-141" edge="1" parent="1" source="In8fDh9ZLN2M87an2Miy-134" style="edgeStyle=orthogonalEdgeStyle;rounded=0;orthogonalLoop=1;jettySize=auto;html=1;entryX=0;entryY=0.5;entryDx=0;entryDy=0;" target="In8fDh9ZLN2M87an2Miy-139">
          <mxGeometry relative="1" as="geometry" />
        </mxCell>
        <mxCell id="In8fDh9ZLN2M87an2Miy-145" edge="1" parent="1" source="In8fDh9ZLN2M87an2Miy-134" style="edgeStyle=orthogonalEdgeStyle;rounded=0;orthogonalLoop=1;jettySize=auto;html=1;" target="In8fDh9ZLN2M87an2Miy-144" value="">
          <mxGeometry relative="1" as="geometry" />
        </mxCell>
        <mxCell id="In8fDh9ZLN2M87an2Miy-134" parent="1" style="rhombus;whiteSpace=wrap;html=1;" value="casa -&amp;gt; domestic (CGW)&lt;br&gt;exists?" vertex="1">
          <mxGeometry height="180" width="190" x="4860" y="2190" as="geometry" />
        </mxCell>
        <mxCell id="In8fDh9ZLN2M87an2Miy-142" edge="1" parent="1" source="In8fDh9ZLN2M87an2Miy-139" style="edgeStyle=orthogonalEdgeStyle;rounded=0;orthogonalLoop=1;jettySize=auto;html=1;entryX=0;entryY=0.5;entryDx=0;entryDy=0;" target="In8fDh9ZLN2M87an2Miy-113">
          <mxGeometry relative="1" as="geometry" />
        </mxCell>
        <mxCell id="In8fDh9ZLN2M87an2Miy-227" edge="1" parent="1" source="In8fDh9ZLN2M87an2Miy-139" style="edgeStyle=orthogonalEdgeStyle;rounded=0;orthogonalLoop=1;jettySize=auto;html=1;entryX=1;entryY=0.5;entryDx=0;entryDy=0;" target="In8fDh9ZLN2M87an2Miy-225">
          <mxGeometry relative="1" as="geometry">
            <Array as="points">
              <mxPoint x="5196" y="2460" />
            </Array>
          </mxGeometry>
        </mxCell>
        <mxCell id="In8fDh9ZLN2M87an2Miy-139" parent="1" style="rhombus;whiteSpace=wrap;html=1;" value="casa -&amp;gt; domestic (CGW)&lt;br&gt;amount match" vertex="1">
          <mxGeometry height="180" width="172.5" x="5110" y="2190" as="geometry" />
        </mxCell>
        <mxCell id="In8fDh9ZLN2M87an2Miy-147" edge="1" parent="1" source="In8fDh9ZLN2M87an2Miy-144" style="edgeStyle=orthogonalEdgeStyle;rounded=0;orthogonalLoop=1;jettySize=auto;html=1;" target="In8fDh9ZLN2M87an2Miy-146" value="">
          <mxGeometry relative="1" as="geometry" />
        </mxCell>
        <mxCell id="In8fDh9ZLN2M87an2Miy-144" parent="1" style="whiteSpace=wrap;html=1;" value="Trigger CGW" vertex="1">
          <mxGeometry height="60" width="120" x="4895" y="2510" as="geometry" />
        </mxCell>
        <mxCell id="In8fDh9ZLN2M87an2Miy-148" edge="1" parent="1" source="In8fDh9ZLN2M87an2Miy-146" style="edgeStyle=orthogonalEdgeStyle;rounded=0;orthogonalLoop=1;jettySize=auto;html=1;entryX=0.5;entryY=1;entryDx=0;entryDy=0;" target="In8fDh9ZLN2M87an2Miy-113">
          <mxGeometry relative="1" as="geometry" />
        </mxCell>
        <mxCell id="In8fDh9ZLN2M87an2Miy-150" edge="1" parent="1" source="In8fDh9ZLN2M87an2Miy-146" style="edgeStyle=orthogonalEdgeStyle;rounded=0;orthogonalLoop=1;jettySize=auto;html=1;" target="In8fDh9ZLN2M87an2Miy-149" value="">
          <mxGeometry relative="1" as="geometry" />
        </mxCell>
        <mxCell id="In8fDh9ZLN2M87an2Miy-146" parent="1" style="rhombus;whiteSpace=wrap;html=1;" value="200" vertex="1">
          <mxGeometry height="80" width="80" x="5115" y="2500" as="geometry" />
        </mxCell>
        <mxCell id="In8fDh9ZLN2M87an2Miy-149" parent="1" style="whiteSpace=wrap;html=1;" value="next_retry_at = now + 5min" vertex="1">
          <mxGeometry height="60" width="155" x="5077.5" y="2650" as="geometry" />
        </mxCell>
        <mxCell id="In8fDh9ZLN2M87an2Miy-176" edge="1" parent="1" source="In8fDh9ZLN2M87an2Miy-152" style="edgeStyle=orthogonalEdgeStyle;rounded=0;orthogonalLoop=1;jettySize=auto;html=1;" target="In8fDh9ZLN2M87an2Miy-175" value="">
          <mxGeometry relative="1" as="geometry" />
        </mxCell>
        <mxCell id="In8fDh9ZLN2M87an2Miy-244" edge="1" parent="1" source="In8fDh9ZLN2M87an2Miy-152" style="edgeStyle=orthogonalEdgeStyle;rounded=0;orthogonalLoop=1;jettySize=auto;html=1;entryX=0;entryY=0.5;entryDx=0;entryDy=0;" target="In8fDh9ZLN2M87an2Miy-162">
          <mxGeometry relative="1" as="geometry" />
        </mxCell>
        <mxCell id="In8fDh9ZLN2M87an2Miy-152" parent="1" style="rhombus;whiteSpace=wrap;html=1;align=center;" value="&lt;div style=&quot;&quot;&gt;&lt;span style=&quot;background-color: transparent; color: light-dark(rgb(0, 0, 0), rgb(255, 255, 255));&quot;&gt;&lt;b&gt;request amount &amp;lt;=&amp;nbsp;&lt;br&gt;&lt;/b&gt;&lt;/span&gt;&lt;span style=&quot;font-weight: 700; background-color: transparent; color: light-dark(rgb(0, 0, 0), rgb(255, 255, 255));&quot;&gt;credit_line_accounts.available_amount&lt;/span&gt;&lt;/div&gt;" vertex="1">
          <mxGeometry height="285" width="270" x="990" y="992.5" as="geometry" />
        </mxCell>
        <mxCell id="P7TJZT1PVnBYbLh7lMs1-37" edge="1" parent="1" source="In8fDh9ZLN2M87an2Miy-161" style="edgeStyle=orthogonalEdgeStyle;rounded=0;orthogonalLoop=1;jettySize=auto;html=1;entryX=0;entryY=0.5;entryDx=0;entryDy=0;" target="In8fDh9ZLN2M87an2Miy-228">
          <mxGeometry relative="1" as="geometry" />
        </mxCell>
        <mxCell id="In8fDh9ZLN2M87an2Miy-161" parent="1" style="rounded=0;whiteSpace=wrap;html=1;" value="&lt;span style=&quot;font-weight: 700;&quot;&gt;credit_line_accounts&lt;br&gt;&lt;/span&gt;row lock" vertex="1">
          <mxGeometry height="60" width="145" x="280" y="1105" as="geometry" />
        </mxCell>
        <mxCell id="In8fDh9ZLN2M87an2Miy-165" edge="1" parent="1" source="In8fDh9ZLN2M87an2Miy-162" style="edgeStyle=orthogonalEdgeStyle;rounded=0;orthogonalLoop=1;jettySize=auto;html=1;" target="In8fDh9ZLN2M87an2Miy-12">
          <mxGeometry relative="1" as="geometry" />
        </mxCell>
        <mxCell id="In8fDh9ZLN2M87an2Miy-162" parent="1" style="rounded=0;whiteSpace=wrap;html=1;" value="&lt;span style=&quot;font-weight: 700; text-align: left;&quot;&gt;ROWLOCK -&amp;gt;&lt;br&gt;credit_line_accounts.reserved_amount &lt;br&gt;+= amount&lt;/span&gt;" vertex="1">
          <mxGeometry height="60" width="250" x="1360" y="1105" as="geometry" />
        </mxCell>
        <mxCell id="In8fDh9ZLN2M87an2Miy-174" parent="1" style="text;html=1;whiteSpace=wrap;strokeColor=none;fillColor=none;align=center;verticalAlign=middle;rounded=0;" value="&lt;div style=&quot;background-color:#ffffff;color:#080808&quot;&gt;&lt;pre style=&quot;font-family:&#39;JetBrains Mono&#39;,monospace;font-size:9.8pt;&quot;&gt;&lt;span style=&quot;color:#9e880d;&quot;&gt;@Transactional&lt;/span&gt;(propagation = &lt;span style=&quot;color:#000000;&quot;&gt;Propagation&lt;/span&gt;.&lt;span style=&quot;color:#871094;font-style:italic;&quot;&gt;REQUIRES_NEW&lt;/span&gt;)&lt;/pre&gt;&lt;/div&gt;" vertex="1">
          <mxGeometry height="30" width="240" x="1005" y="900" as="geometry" />
        </mxCell>
        <mxCell id="In8fDh9ZLN2M87an2Miy-175" parent="1" style="whiteSpace=wrap;html=1;" value="Rollback, return error" vertex="1">
          <mxGeometry height="60" width="132.5" x="1058.75" y="1352.5" as="geometry" />
        </mxCell>
        <mxCell id="In8fDh9ZLN2M87an2Miy-185" parent="1" style="whiteSpace=wrap;html=1;fontStyle=0;startSize=30;horizontal=1;" value="return success to client&lt;br&gt;(&quot;Request succeeded, will be processed within 5-10 mins&quot;?)" vertex="1">
          <mxGeometry height="162.5" width="210" x="2050" y="1053.75" as="geometry" />
        </mxCell>
        <mxCell id="In8fDh9ZLN2M87an2Miy-189" parent="1" style="text;html=1;whiteSpace=wrap;strokeColor=none;fillColor=none;align=center;verticalAlign=middle;rounded=0;fontSize=26;" value="&lt;div style=&quot;background-color:#ffffff;color:#080808&quot;&gt;&lt;pre style=&quot;font-family: &amp;quot;JetBrains Mono&amp;quot;, monospace;&quot;&gt;&lt;span style=&quot;color:#9e880d;&quot;&gt;@Transactional&lt;/span&gt;(propagation = &lt;span style=&quot;color:#000000;&quot;&gt;Propagation&lt;/span&gt;.&lt;span style=&quot;color:#871094;font-style:italic;&quot;&gt;REQUIRES_NEW&lt;/span&gt;)&lt;/pre&gt;&lt;/div&gt;" vertex="1">
          <mxGeometry height="30" width="240" x="4918.87" y="1265" as="geometry" />
        </mxCell>
        <mxCell id="In8fDh9ZLN2M87an2Miy-198" parent="1" style="text;html=1;whiteSpace=wrap;strokeColor=none;fillColor=none;align=center;verticalAlign=middle;rounded=0;fontSize=32;" value="BNPL request flow" vertex="1">
          <mxGeometry height="30" width="470" x="-80" y="2930" as="geometry" />
        </mxCell>
        <mxCell id="In8fDh9ZLN2M87an2Miy-199" edge="1" parent="1" source="In8fDh9ZLN2M87an2Miy-200" style="edgeStyle=orthogonalEdgeStyle;rounded=0;orthogonalLoop=1;jettySize=auto;html=1;" target="In8fDh9ZLN2M87an2Miy-202" value="">
          <mxGeometry relative="1" as="geometry" />
        </mxCell>
        <mxCell id="In8fDh9ZLN2M87an2Miy-200" parent="1" style="shape=umlActor;verticalLabelPosition=bottom;verticalAlign=top;html=1;outlineConnect=0;" value="Actor" vertex="1">
          <mxGeometry height="60" width="30" x="20" y="3135" as="geometry" />
        </mxCell>
        <mxCell id="In8fDh9ZLN2M87an2Miy-201" edge="1" parent="1" source="In8fDh9ZLN2M87an2Miy-202" style="edgeStyle=orthogonalEdgeStyle;rounded=0;orthogonalLoop=1;jettySize=auto;html=1;entryX=0.011;entryY=0.06;entryDx=0;entryDy=0;entryPerimeter=0;" target="In8fDh9ZLN2M87an2Miy-209" value="">
          <mxGeometry relative="1" as="geometry">
            <mxPoint x="440" y="3165" as="targetPoint" />
          </mxGeometry>
        </mxCell>
        <mxCell id="In8fDh9ZLN2M87an2Miy-202" parent="1" style="whiteSpace=wrap;html=1;verticalAlign=top;" value="&lt;div&gt;&lt;br&gt;&lt;/div&gt;&lt;div&gt;One tap loan&lt;/div&gt;" vertex="1">
          <mxGeometry height="60" width="120" x="230" y="3135" as="geometry" />
        </mxCell>
        <mxCell id="In8fDh9ZLN2M87an2Miy-203" edge="1" parent="1" source="In8fDh9ZLN2M87an2Miy-205" style="edgeStyle=orthogonalEdgeStyle;rounded=0;orthogonalLoop=1;jettySize=auto;html=1;" target="In8fDh9ZLN2M87an2Miy-206" value="">
          <mxGeometry relative="1" as="geometry" />
        </mxCell>
        <mxCell id="In8fDh9ZLN2M87an2Miy-204" connectable="0" parent="In8fDh9ZLN2M87an2Miy-203" style="edgeLabel;html=1;align=center;verticalAlign=middle;resizable=0;points=[];" value="0" vertex="1">
          <mxGeometry relative="1" x="-0.2091" y="-1" as="geometry">
            <mxPoint as="offset" />
          </mxGeometry>
        </mxCell>
        <mxCell id="In8fDh9ZLN2M87an2Miy-213" edge="1" parent="1" source="In8fDh9ZLN2M87an2Miy-205" style="edgeStyle=orthogonalEdgeStyle;rounded=0;orthogonalLoop=1;jettySize=auto;html=1;" target="In8fDh9ZLN2M87an2Miy-212" value="">
          <mxGeometry relative="1" as="geometry" />
        </mxCell>
        <mxCell id="In8fDh9ZLN2M87an2Miy-205" parent="1" style="rhombus;whiteSpace=wrap;html=1;verticalAlign=top;" value="&lt;br&gt;&lt;br&gt;&lt;div&gt;&lt;br&gt;&lt;/div&gt;&lt;div&gt;Loan validation&lt;br&gt;success&lt;/div&gt;" vertex="1">
          <mxGeometry height="120" width="140" x="720" y="3105" as="geometry" />
        </mxCell>
        <mxCell id="In8fDh9ZLN2M87an2Miy-206" parent="1" style="whiteSpace=wrap;html=1;verticalAlign=middle;" value="Return err message" vertex="1">
          <mxGeometry height="60" width="120" x="730" y="3305" as="geometry" />
        </mxCell>
        <mxCell id="In8fDh9ZLN2M87an2Miy-207" edge="1" parent="1" source="In8fDh9ZLN2M87an2Miy-208" style="edgeStyle=orthogonalEdgeStyle;rounded=0;orthogonalLoop=1;jettySize=auto;html=1;entryX=0;entryY=0.5;entryDx=0;entryDy=0;" target="In8fDh9ZLN2M87an2Miy-205">
          <mxGeometry relative="1" as="geometry" />
        </mxCell>
        <mxCell id="In8fDh9ZLN2M87an2Miy-208" parent="1" style="swimlane;fontStyle=0;childLayout=stackLayout;horizontal=1;startSize=30;horizontalStack=0;resizeParent=1;resizeParentMax=0;resizeLast=0;collapsible=1;marginBottom=0;whiteSpace=wrap;html=1;" value="Validations" vertex="1">
          <mxGeometry height="120" width="140" x="460" y="3135" as="geometry" />
        </mxCell>
        <mxCell id="In8fDh9ZLN2M87an2Miy-209" parent="In8fDh9ZLN2M87an2Miy-208" style="text;strokeColor=none;fillColor=none;align=left;verticalAlign=middle;spacingLeft=4;spacingRight=4;overflow=hidden;points=[[0,0.5],[1,0.5]];portConstraint=eastwest;rotatable=0;whiteSpace=wrap;html=1;" value="user status" vertex="1">
          <mxGeometry height="30" width="140" y="30" as="geometry" />
        </mxCell>
        <mxCell id="In8fDh9ZLN2M87an2Miy-210" parent="In8fDh9ZLN2M87an2Miy-208" style="text;strokeColor=none;fillColor=none;align=left;verticalAlign=middle;spacingLeft=4;spacingRight=4;overflow=hidden;points=[[0,0.5],[1,0.5]];portConstraint=eastwest;rotatable=0;whiteSpace=wrap;html=1;" value="kyc status" vertex="1">
          <mxGeometry height="30" width="140" y="60" as="geometry" />
        </mxCell>
        <mxCell id="In8fDh9ZLN2M87an2Miy-211" parent="In8fDh9ZLN2M87an2Miy-208" style="text;strokeColor=none;fillColor=none;align=left;verticalAlign=middle;spacingLeft=4;spacingRight=4;overflow=hidden;points=[[0,0.5],[1,0.5]];portConstraint=eastwest;rotatable=0;whiteSpace=wrap;html=1;" value="loan limit status" vertex="1">
          <mxGeometry height="30" width="140" y="90" as="geometry" />
        </mxCell>
        <mxCell id="In8fDh9ZLN2M87an2Miy-212" parent="1" style="whiteSpace=wrap;html=1;verticalAlign=middle;" value="Same as one-tap ??" vertex="1">
          <mxGeometry height="60" width="120" x="950" y="3135" as="geometry" />
        </mxCell>
        <mxCell id="In8fDh9ZLN2M87an2Miy-218" edge="1" parent="1" source="In8fDh9ZLN2M87an2Miy-214" style="edgeStyle=orthogonalEdgeStyle;rounded=0;orthogonalLoop=1;jettySize=auto;html=1;entryX=0;entryY=0.5;entryDx=0;entryDy=0;" target="In8fDh9ZLN2M87an2Miy-134">
          <mxGeometry relative="1" as="geometry">
            <Array as="points">
              <mxPoint x="4860" y="2630" />
            </Array>
          </mxGeometry>
        </mxCell>
        <mxCell id="In8fDh9ZLN2M87an2Miy-221" edge="1" parent="1" source="In8fDh9ZLN2M87an2Miy-214" style="edgeStyle=orthogonalEdgeStyle;rounded=0;orthogonalLoop=1;jettySize=auto;html=1;entryX=0;entryY=0.5;entryDx=0;entryDy=0;" target="In8fDh9ZLN2M87an2Miy-149">
          <mxGeometry relative="1" as="geometry">
            <Array as="points">
              <mxPoint x="4303" y="2680" />
            </Array>
          </mxGeometry>
        </mxCell>
        <mxCell id="In8fDh9ZLN2M87an2Miy-214" parent="1" style="rhombus;whiteSpace=wrap;html=1;" value="200" vertex="1">
          <mxGeometry height="80" width="80" x="4262.62" y="2590" as="geometry" />
        </mxCell>
        <mxCell id="In8fDh9ZLN2M87an2Miy-223" edge="1" parent="1" source="In8fDh9ZLN2M87an2Miy-222" style="edgeStyle=orthogonalEdgeStyle;rounded=0;orthogonalLoop=1;jettySize=auto;html=1;" target="In8fDh9ZLN2M87an2Miy-134">
          <mxGeometry relative="1" as="geometry" />
        </mxCell>
        <mxCell id="In8fDh9ZLN2M87an2Miy-226" edge="1" parent="1" source="In8fDh9ZLN2M87an2Miy-222" style="edgeStyle=orthogonalEdgeStyle;rounded=0;orthogonalLoop=1;jettySize=auto;html=1;" target="In8fDh9ZLN2M87an2Miy-225" value="">
          <mxGeometry relative="1" as="geometry" />
        </mxCell>
        <mxCell id="In8fDh9ZLN2M87an2Miy-222" parent="1" style="rhombus;whiteSpace=wrap;html=1;" value="loan -&amp;gt; casa &lt;br&gt;amount match" vertex="1">
          <mxGeometry height="156.25" width="155" x="4561.37" y="2201.88" as="geometry" />
        </mxCell>
        <mxCell id="In8fDh9ZLN2M87an2Miy-225" parent="1" style="whiteSpace=wrap;html=1;" value="status = manual_review??" vertex="1">
          <mxGeometry height="60" width="120" x="4578.87" y="2429.995" as="geometry" />
        </mxCell>
        <mxCell id="P7TJZT1PVnBYbLh7lMs1-38" edge="1" parent="1" source="In8fDh9ZLN2M87an2Miy-228" style="edgeStyle=orthogonalEdgeStyle;rounded=0;orthogonalLoop=1;jettySize=auto;html=1;entryX=0.5;entryY=0;entryDx=0;entryDy=0;" target="In8fDh9ZLN2M87an2Miy-233">
          <mxGeometry relative="1" as="geometry" />
        </mxCell>
        <mxCell id="P7TJZT1PVnBYbLh7lMs1-39" edge="1" parent="1" source="In8fDh9ZLN2M87an2Miy-228" style="edgeStyle=orthogonalEdgeStyle;rounded=0;orthogonalLoop=1;jettySize=auto;html=1;" target="In8fDh9ZLN2M87an2Miy-152">
          <mxGeometry relative="1" as="geometry" />
        </mxCell>
        <mxCell id="In8fDh9ZLN2M87an2Miy-228" parent="1" style="rhombus;whiteSpace=wrap;html=1;" value="Polaris&lt;br&gt;/line/&lt;span style=&quot;color: rgb(33, 33, 33); font-family: Inter, system-ui, -apple-system, &amp;quot;system-ui&amp;quot;, &amp;quot;Segoe UI&amp;quot;, Roboto, Oxygen, Ubuntu, Cantarell, &amp;quot;Fira Sans&amp;quot;, &amp;quot;Droid Sans&amp;quot;, Helvetica, Arial, sans-serif; text-align: left; white-space: pre-wrap; background-color: rgb(255, 255, 255);&quot;&gt;getAccountDetail&lt;/span&gt;&lt;br&gt;200" vertex="1">
          <mxGeometry height="225" width="250" x="570" y="1022.5" as="geometry" />
        </mxCell>
        <mxCell id="In8fDh9ZLN2M87an2Miy-236" edge="1" parent="1" source="In8fDh9ZLN2M87an2Miy-233" style="edgeStyle=orthogonalEdgeStyle;rounded=0;orthogonalLoop=1;jettySize=auto;html=1;" target="In8fDh9ZLN2M87an2Miy-235" value="">
          <mxGeometry relative="1" as="geometry" />
        </mxCell>
        <mxCell id="In8fDh9ZLN2M87an2Miy-242" edge="1" parent="1" source="In8fDh9ZLN2M87an2Miy-233" style="edgeStyle=orthogonalEdgeStyle;rounded=0;orthogonalLoop=1;jettySize=auto;html=1;entryX=0;entryY=0.5;entryDx=0;entryDy=0;" target="In8fDh9ZLN2M87an2Miy-241" value="">
          <mxGeometry relative="1" as="geometry">
            <mxPoint x="765" y="1362.5" as="targetPoint" />
          </mxGeometry>
        </mxCell>
        <mxCell id="In8fDh9ZLN2M87an2Miy-233" parent="1" style="rhombus;whiteSpace=wrap;html=1;" value="501" vertex="1">
          <mxGeometry height="80" width="80" x="655" y="1322.5" as="geometry" />
        </mxCell>
        <mxCell id="In8fDh9ZLN2M87an2Miy-238" edge="1" parent="1" source="In8fDh9ZLN2M87an2Miy-235" style="edgeStyle=orthogonalEdgeStyle;rounded=0;orthogonalLoop=1;jettySize=auto;html=1;entryX=0;entryY=0.5;entryDx=0;entryDy=0;" target="In8fDh9ZLN2M87an2Miy-237" value="">
          <mxGeometry relative="1" as="geometry">
            <mxPoint x="835" y="1615" as="targetPoint" />
          </mxGeometry>
        </mxCell>
        <mxCell id="In8fDh9ZLN2M87an2Miy-240" edge="1" parent="1" source="In8fDh9ZLN2M87an2Miy-235" style="edgeStyle=orthogonalEdgeStyle;rounded=0;orthogonalLoop=1;jettySize=auto;html=1;" target="In8fDh9ZLN2M87an2Miy-239" value="">
          <mxGeometry relative="1" as="geometry" />
        </mxCell>
        <mxCell id="In8fDh9ZLN2M87an2Miy-235" parent="1" style="rhombus;whiteSpace=wrap;html=1;" value="timeout, http err" vertex="1">
          <mxGeometry height="125" width="120" x="635" y="1552.5" as="geometry" />
        </mxCell>
        <mxCell id="In8fDh9ZLN2M87an2Miy-237" parent="1" style="whiteSpace=wrap;html=1;" value="return err msg&lt;br&gt;try again" vertex="1">
          <mxGeometry height="60" width="120" x="855" y="1585" as="geometry" />
        </mxCell>
        <mxCell id="In8fDh9ZLN2M87an2Miy-239" parent="1" style="whiteSpace=wrap;html=1;" value="return err msg&lt;br&gt;try again?" vertex="1">
          <mxGeometry height="60" width="120" x="635" y="1740" as="geometry" />
        </mxCell>
-         <mxCell id="In8fDh9ZLN2M87an2Miy-241" parent="1" style="whiteSpace=wrap;html=1;" value="return err msg" vertex="1">
+         <mxCell id="In8fDh9ZLN2M87an2Miy-241" parent="1" style="whiteSpace=wrap;html=1;" value="return err msg?" vertex="1">
          <mxGeometry height="60" width="120" x="845" y="1332.5" as="geometry" />
        </mxCell>
        <mxCell id="P7TJZT1PVnBYbLh7lMs1-3" parent="1" style="whiteSpace=wrap;html=1;rounded=0;" value="Polaris&lt;br&gt;/line/openAccount" vertex="1">
          <mxGeometry height="60" width="120" x="2420" y="210" as="geometry" />
        </mxCell>
        <mxCell id="P7TJZT1PVnBYbLh7lMs1-5" parent="1" style="swimlane;fontStyle=0;childLayout=stackLayout;horizontal=1;startSize=30;horizontalStack=0;resizeParent=1;resizeParentMax=0;resizeLast=0;collapsible=1;marginBottom=0;whiteSpace=wrap;html=1;" value="expected calls in order:" vertex="1">
          <mxGeometry height="210" width="270" x="3160" y="1991.88" as="geometry" />
        </mxCell>
        <mxCell id="P7TJZT1PVnBYbLh7lMs1-6" parent="P7TJZT1PVnBYbLh7lMs1-5" style="text;strokeColor=none;fillColor=none;align=left;verticalAlign=middle;spacingLeft=4;spacingRight=4;overflow=hidden;points=[[0,0.5],[1,0.5]];portConstraint=eastwest;rotatable=0;whiteSpace=wrap;html=1;" value="&lt;span style=&quot;text-align: center;&quot;&gt;/loan/createAccount - no retry&lt;/span&gt;" vertex="1">
          <mxGeometry height="30" width="270" y="30" as="geometry" />
        </mxCell>
        <mxCell id="P7TJZT1PVnBYbLh7lMs1-7" parent="P7TJZT1PVnBYbLh7lMs1-5" style="text;strokeColor=none;fillColor=none;align=left;verticalAlign=middle;spacingLeft=4;spacingRight=4;overflow=hidden;points=[[0,0.5],[1,0.5]];portConstraint=eastwest;rotatable=0;whiteSpace=wrap;html=1;" value="&lt;span style=&quot;text-align: center;&quot;&gt;/loan/&lt;/span&gt;&lt;span style=&quot;background-color: rgb(252, 246, 219); color: rgb(0, 0, 0); font-family: &amp;quot;Anonymous Pro&amp;quot;, Menlo, Consolas, &amp;quot;Bitstream Vera Sans Mono&amp;quot;, &amp;quot;Courier New&amp;quot;, monospace; font-size: 0.9em;&quot;&gt;createNrsSchedule - retry&lt;/span&gt;" vertex="1">
          <mxGeometry height="30" width="270" y="60" as="geometry" />
        </mxCell>
        <mxCell id="P7TJZT1PVnBYbLh7lMs1-8" parent="P7TJZT1PVnBYbLh7lMs1-5" style="text;strokeColor=none;fillColor=none;align=left;verticalAlign=middle;spacingLeft=4;spacingRight=4;overflow=hidden;points=[[0,0.5],[1,0.5]];portConstraint=eastwest;rotatable=0;whiteSpace=wrap;html=1;" value="&lt;span style=&quot;text-align: center;&quot;&gt;/loan/openAccount - retry&lt;/span&gt;" vertex="1">
          <mxGeometry height="30" width="270" y="90" as="geometry" />
        </mxCell>
        <mxCell id="P7TJZT1PVnBYbLh7lMs1-9" parent="P7TJZT1PVnBYbLh7lMs1-5" style="text;strokeColor=none;fillColor=none;align=left;verticalAlign=middle;spacingLeft=4;spacingRight=4;overflow=hidden;points=[[0,0.5],[1,0.5]];portConstraint=eastwest;rotatable=0;whiteSpace=wrap;html=1;" value="&lt;span style=&quot;font-family: &amp;quot;Anonymous Pro&amp;quot;, Menlo, Consolas, &amp;quot;Bitstream Vera Sans Mono&amp;quot;, &amp;quot;Courier New&amp;quot;, monospace; font-size: 10.8px; white-space: pre-wrap;&quot;&gt;&lt;font style=&quot;color: light-dark(rgb(237, 237, 237), rgb(255, 255, 255));&quot;&gt;/line/linkLineAccountToLoan - retry?&lt;/font&gt;&lt;/span&gt;" vertex="1">
          <mxGeometry height="30" width="270" y="120" as="geometry" />
        </mxCell>
        <mxCell id="P7TJZT1PVnBYbLh7lMs1-10" parent="P7TJZT1PVnBYbLh7lMs1-5" style="text;strokeColor=none;fillColor=none;align=left;verticalAlign=middle;spacingLeft=4;spacingRight=4;overflow=hidden;points=[[0,0.5],[1,0.5]];portConstraint=eastwest;rotatable=0;whiteSpace=wrap;html=1;" value="&lt;span style=&quot;text-align: center;&quot;&gt;/loan/&lt;/span&gt;&lt;span style=&quot;white-space: pre-wrap; color: rgb(33, 33, 33); font-family: Inter, system-ui, -apple-system, &amp;quot;system-ui&amp;quot;, &amp;quot;Segoe UI&amp;quot;, Roboto, Oxygen, Ubuntu, Cantarell, &amp;quot;Fira Sans&amp;quot;, &amp;quot;Droid Sans&amp;quot;, Helvetica, Arial, sans-serif; background-color: rgb(255, 255, 255);&quot;&gt;grantLoanNonCash - retry&lt;/span&gt;" vertex="1">
          <mxGeometry height="30" width="270" y="150" as="geometry" />
        </mxCell>
        <mxCell id="P7TJZT1PVnBYbLh7lMs1-11" parent="P7TJZT1PVnBYbLh7lMs1-5" style="text;strokeColor=none;fillColor=none;align=left;verticalAlign=middle;spacingLeft=4;spacingRight=4;overflow=hidden;points=[[0,0.5],[1,0.5]];portConstraint=eastwest;rotatable=0;whiteSpace=wrap;html=1;" value="&lt;font face=&quot;Inter, system-ui, -apple-system, system-ui, Segoe UI, Roboto, Oxygen, Ubuntu, Cantarell, Fira Sans, Droid Sans, Helvetica, Arial, sans-serif&quot; style=&quot;color: light-dark(rgb(188, 188, 188), rgb(255, 255, 255));&quot;&gt;&lt;span style=&quot;white-space-collapse: preserve;&quot;&gt;CGW Trigger ??&lt;/span&gt;&lt;/font&gt;" vertex="1">
          <mxGeometry height="30" width="270" y="180" as="geometry" />
        </mxCell>
        <mxCell id="P7TJZT1PVnBYbLh7lMs1-17" edge="1" parent="1" source="P7TJZT1PVnBYbLh7lMs1-15" style="edgeStyle=orthogonalEdgeStyle;rounded=0;orthogonalLoop=1;jettySize=auto;html=1;" target="P7TJZT1PVnBYbLh7lMs1-16" value="">
          <mxGeometry relative="1" as="geometry" />
        </mxCell>
        <mxCell id="P7TJZT1PVnBYbLh7lMs1-15" parent="1" style="rounded=0;whiteSpace=wrap;html=1;" value="/loan/&lt;span style=&quot;background-color: rgb(252, 246, 219); color: rgb(0, 0, 0); font-family: &amp;quot;Anonymous Pro&amp;quot;, Menlo, Consolas, &amp;quot;Bitstream Vera Sans Mono&amp;quot;, &amp;quot;Courier New&amp;quot;, monospace; font-size: 0.9em; text-align: start;&quot;&gt;getCustomerLoanAccountList&lt;/span&gt;" vertex="1">
          <mxGeometry height="60" width="270" x="2890" y="2243.75" as="geometry" />
        </mxCell>
        <mxCell id="P7TJZT1PVnBYbLh7lMs1-23" edge="1" parent="1" source="P7TJZT1PVnBYbLh7lMs1-16" style="edgeStyle=orthogonalEdgeStyle;rounded=0;orthogonalLoop=1;jettySize=auto;html=1;" target="P7TJZT1PVnBYbLh7lMs1-22" value="">
          <mxGeometry relative="1" as="geometry" />
        </mxCell>
        <mxCell id="P7TJZT1PVnBYbLh7lMs1-33" edge="1" parent="1" source="P7TJZT1PVnBYbLh7lMs1-16" style="edgeStyle=orthogonalEdgeStyle;rounded=0;orthogonalLoop=1;jettySize=auto;html=1;" target="P7TJZT1PVnBYbLh7lMs1-32" value="">
          <mxGeometry relative="1" as="geometry" />
        </mxCell>
        <mxCell id="P7TJZT1PVnBYbLh7lMs1-16" parent="1" style="rhombus;whiteSpace=wrap;html=1;rounded=0;" value="product match&lt;br&gt;amount match&lt;br&gt;status = new" vertex="1">
          <mxGeometry height="190" width="190" x="2930" y="2371.87" as="geometry" />
        </mxCell>
        <mxCell id="P7TJZT1PVnBYbLh7lMs1-25" edge="1" parent="1" source="P7TJZT1PVnBYbLh7lMs1-22" style="edgeStyle=orthogonalEdgeStyle;rounded=0;orthogonalLoop=1;jettySize=auto;html=1;" target="P7TJZT1PVnBYbLh7lMs1-24" value="">
          <mxGeometry relative="1" as="geometry" />
        </mxCell>
        <mxCell id="P7TJZT1PVnBYbLh7lMs1-22" parent="1" style="whiteSpace=wrap;html=1;rounded=0;" value="/loan/&lt;span style=&quot;background-color: rgb(252, 246, 219); color: rgb(0, 0, 0); font-family: &amp;quot;Anonymous Pro&amp;quot;, Menlo, Consolas, &amp;quot;Bitstream Vera Sans Mono&amp;quot;, &amp;quot;Courier New&amp;quot;, monospace; font-size: 0.9em; text-align: start;&quot;&gt;getNrsSchedule&lt;/span&gt;" vertex="1">
          <mxGeometry height="60" width="215" x="3200" y="2436.87" as="geometry" />
        </mxCell>
        <mxCell id="P7TJZT1PVnBYbLh7lMs1-29" edge="1" parent="1" source="P7TJZT1PVnBYbLh7lMs1-24" style="edgeStyle=orthogonalEdgeStyle;rounded=0;orthogonalLoop=1;jettySize=auto;html=1;" target="P7TJZT1PVnBYbLh7lMs1-28" value="">
          <mxGeometry relative="1" as="geometry" />
        </mxCell>
        <mxCell id="P7TJZT1PVnBYbLh7lMs1-31" edge="1" parent="1" source="P7TJZT1PVnBYbLh7lMs1-24" style="edgeStyle=orthogonalEdgeStyle;rounded=0;orthogonalLoop=1;jettySize=auto;html=1;" target="P7TJZT1PVnBYbLh7lMs1-30" value="">
          <mxGeometry relative="1" as="geometry" />
        </mxCell>
        <mxCell id="P7TJZT1PVnBYbLh7lMs1-24" parent="1" style="rhombus;whiteSpace=wrap;html=1;rounded=0;" value="schedule match?" vertex="1">
          <mxGeometry height="115" width="110" x="3510" y="2409.37" as="geometry" />
        </mxCell>
        <mxCell id="P7TJZT1PVnBYbLh7lMs1-28" parent="1" style="whiteSpace=wrap;html=1;rounded=0;" value="/loan/openAccount&amp;nbsp;" vertex="1">
          <mxGeometry height="60" width="155" x="3695" y="2436.87" as="geometry" />
        </mxCell>
        <mxCell id="P7TJZT1PVnBYbLh7lMs1-30" parent="1" style="whiteSpace=wrap;html=1;rounded=0;" value="/loan/&lt;span style=&quot;background-color: rgb(252, 246, 219); color: rgb(0, 0, 0); font-family: &amp;quot;Anonymous Pro&amp;quot;, Menlo, Consolas, &amp;quot;Bitstream Vera Sans Mono&amp;quot;, &amp;quot;Courier New&amp;quot;, monospace; font-size: 0.9em; text-align: start;&quot;&gt;updateNrsSchedule&lt;/span&gt;" vertex="1">
          <mxGeometry height="60" width="195" x="3467.5" y="2631.87" as="geometry" />
        </mxCell>
        <mxCell id="P7TJZT1PVnBYbLh7lMs1-32" parent="1" style="rhombus;whiteSpace=wrap;html=1;rounded=0;" value="product match&lt;br&gt;amount match&lt;br&gt;status = active" vertex="1">
          <mxGeometry height="213.13" width="213.13" x="2918.43" y="2696.87" as="geometry" />
        </mxCell>
      </root>
    </mxGraphModel>
  </diagram>
</mxfile>
